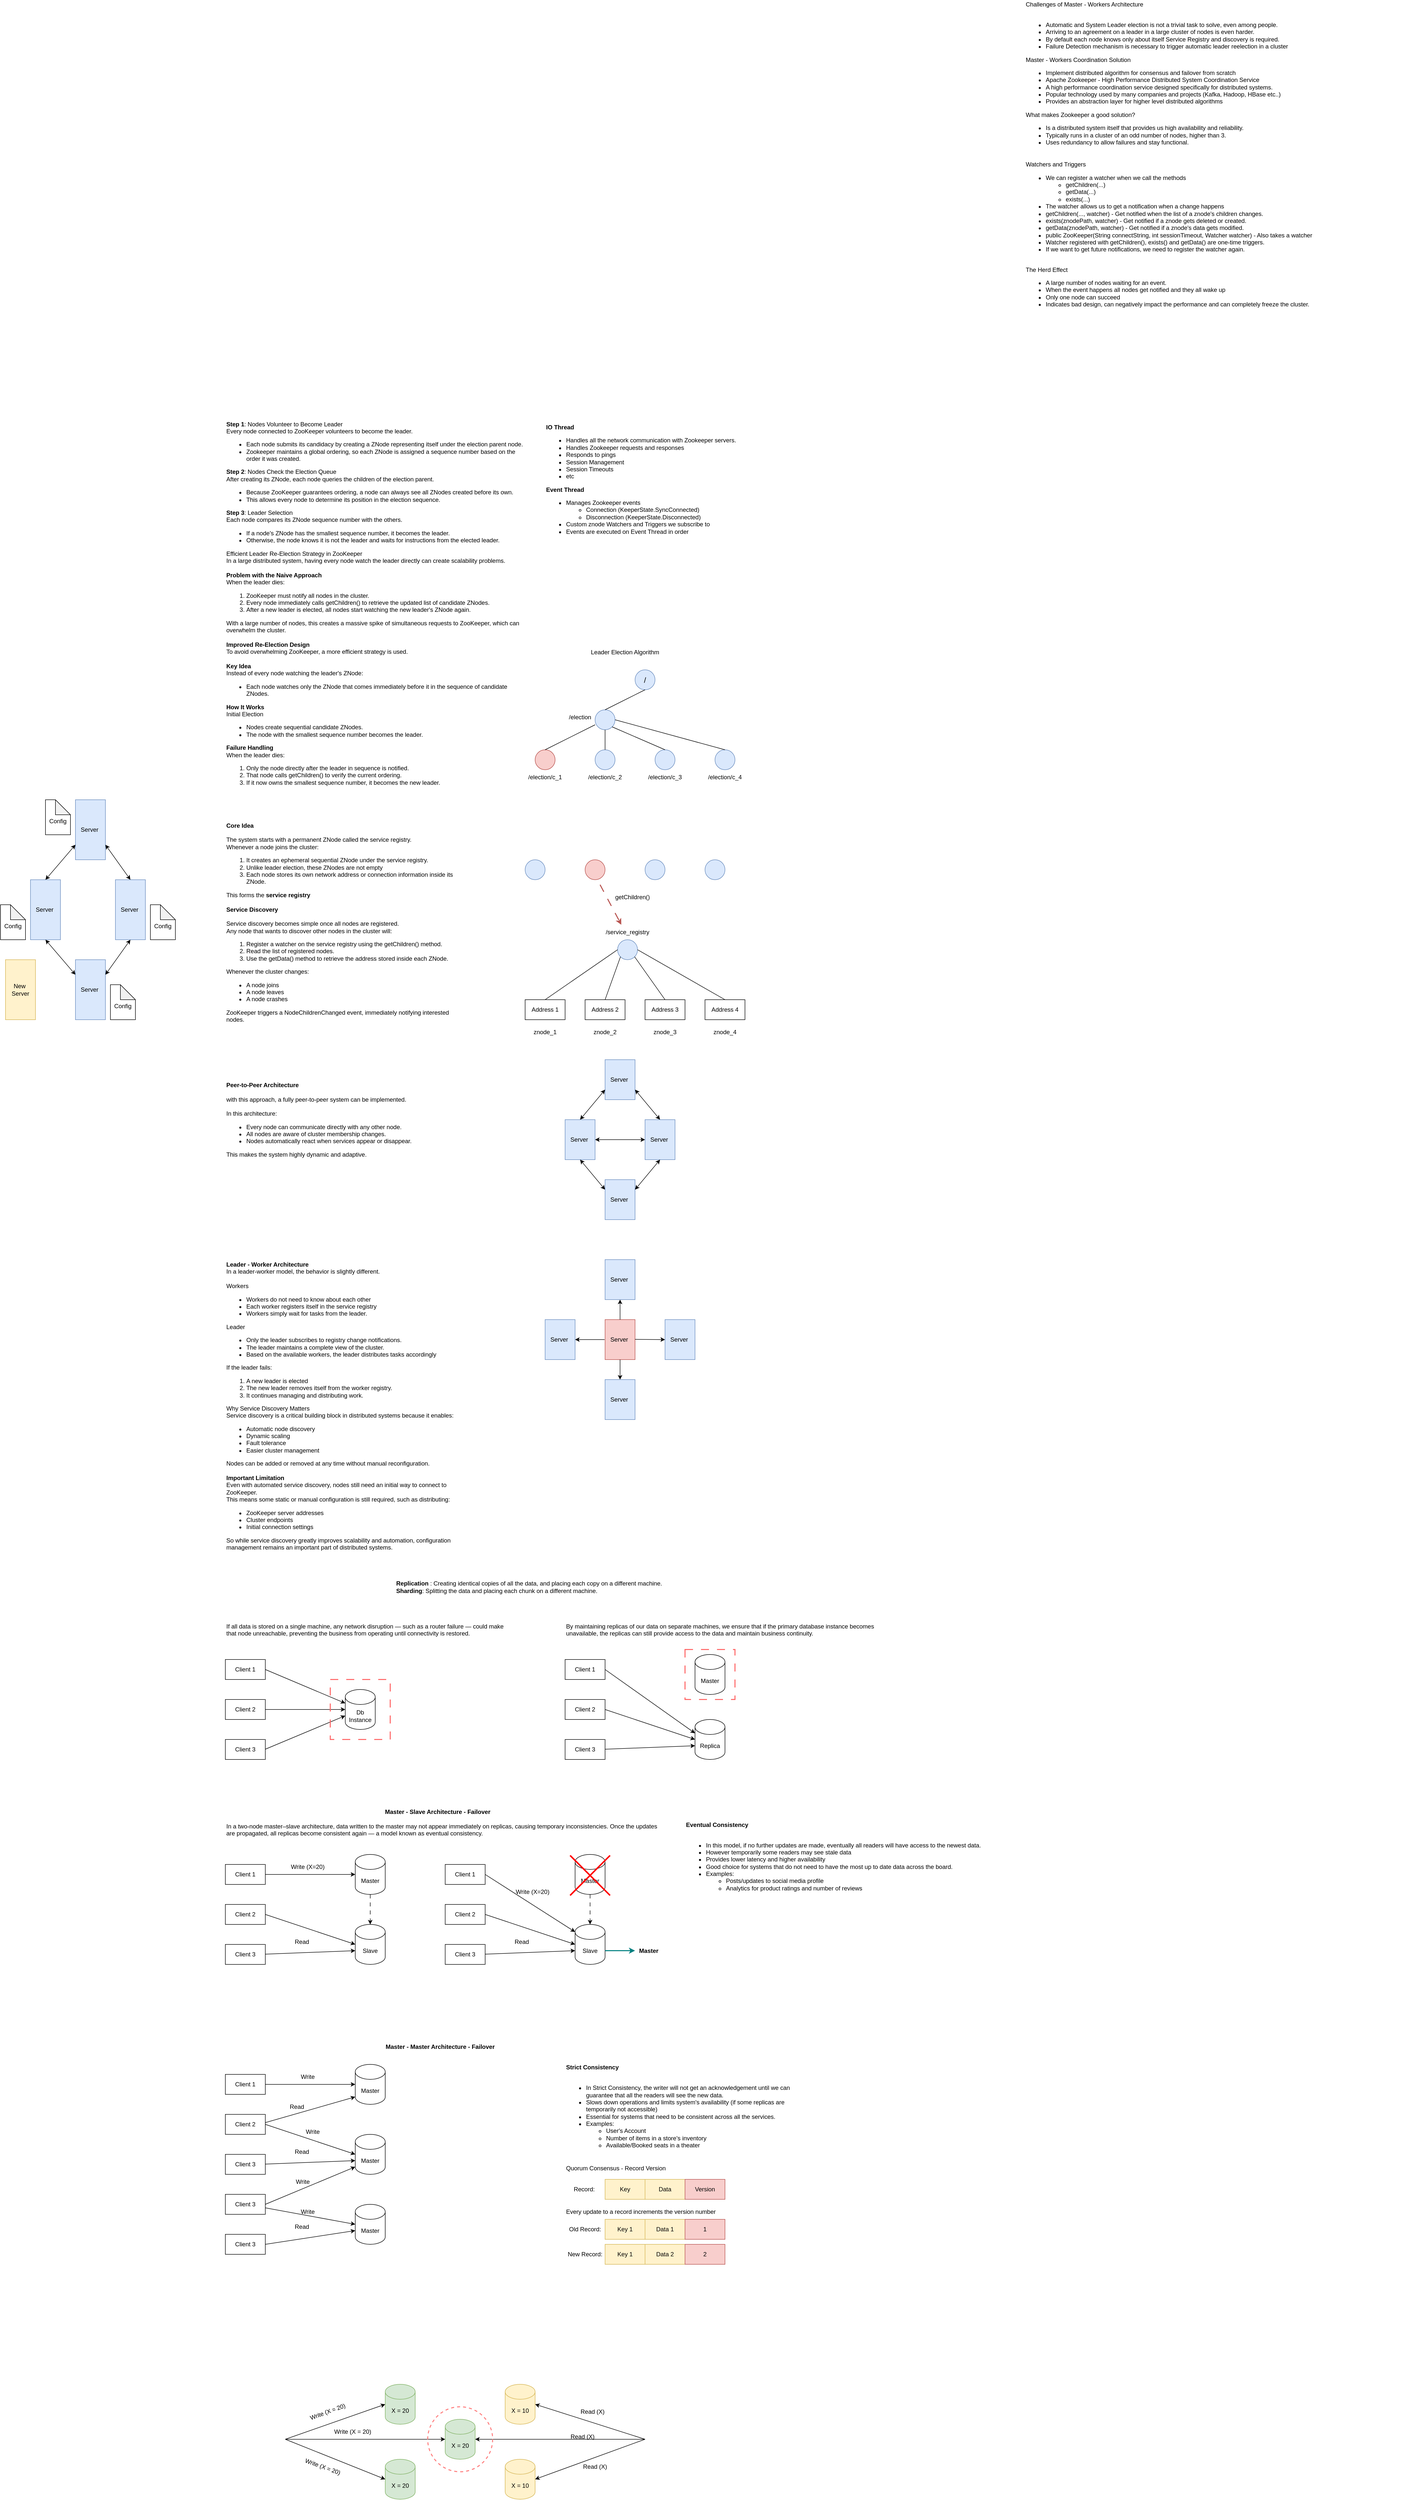
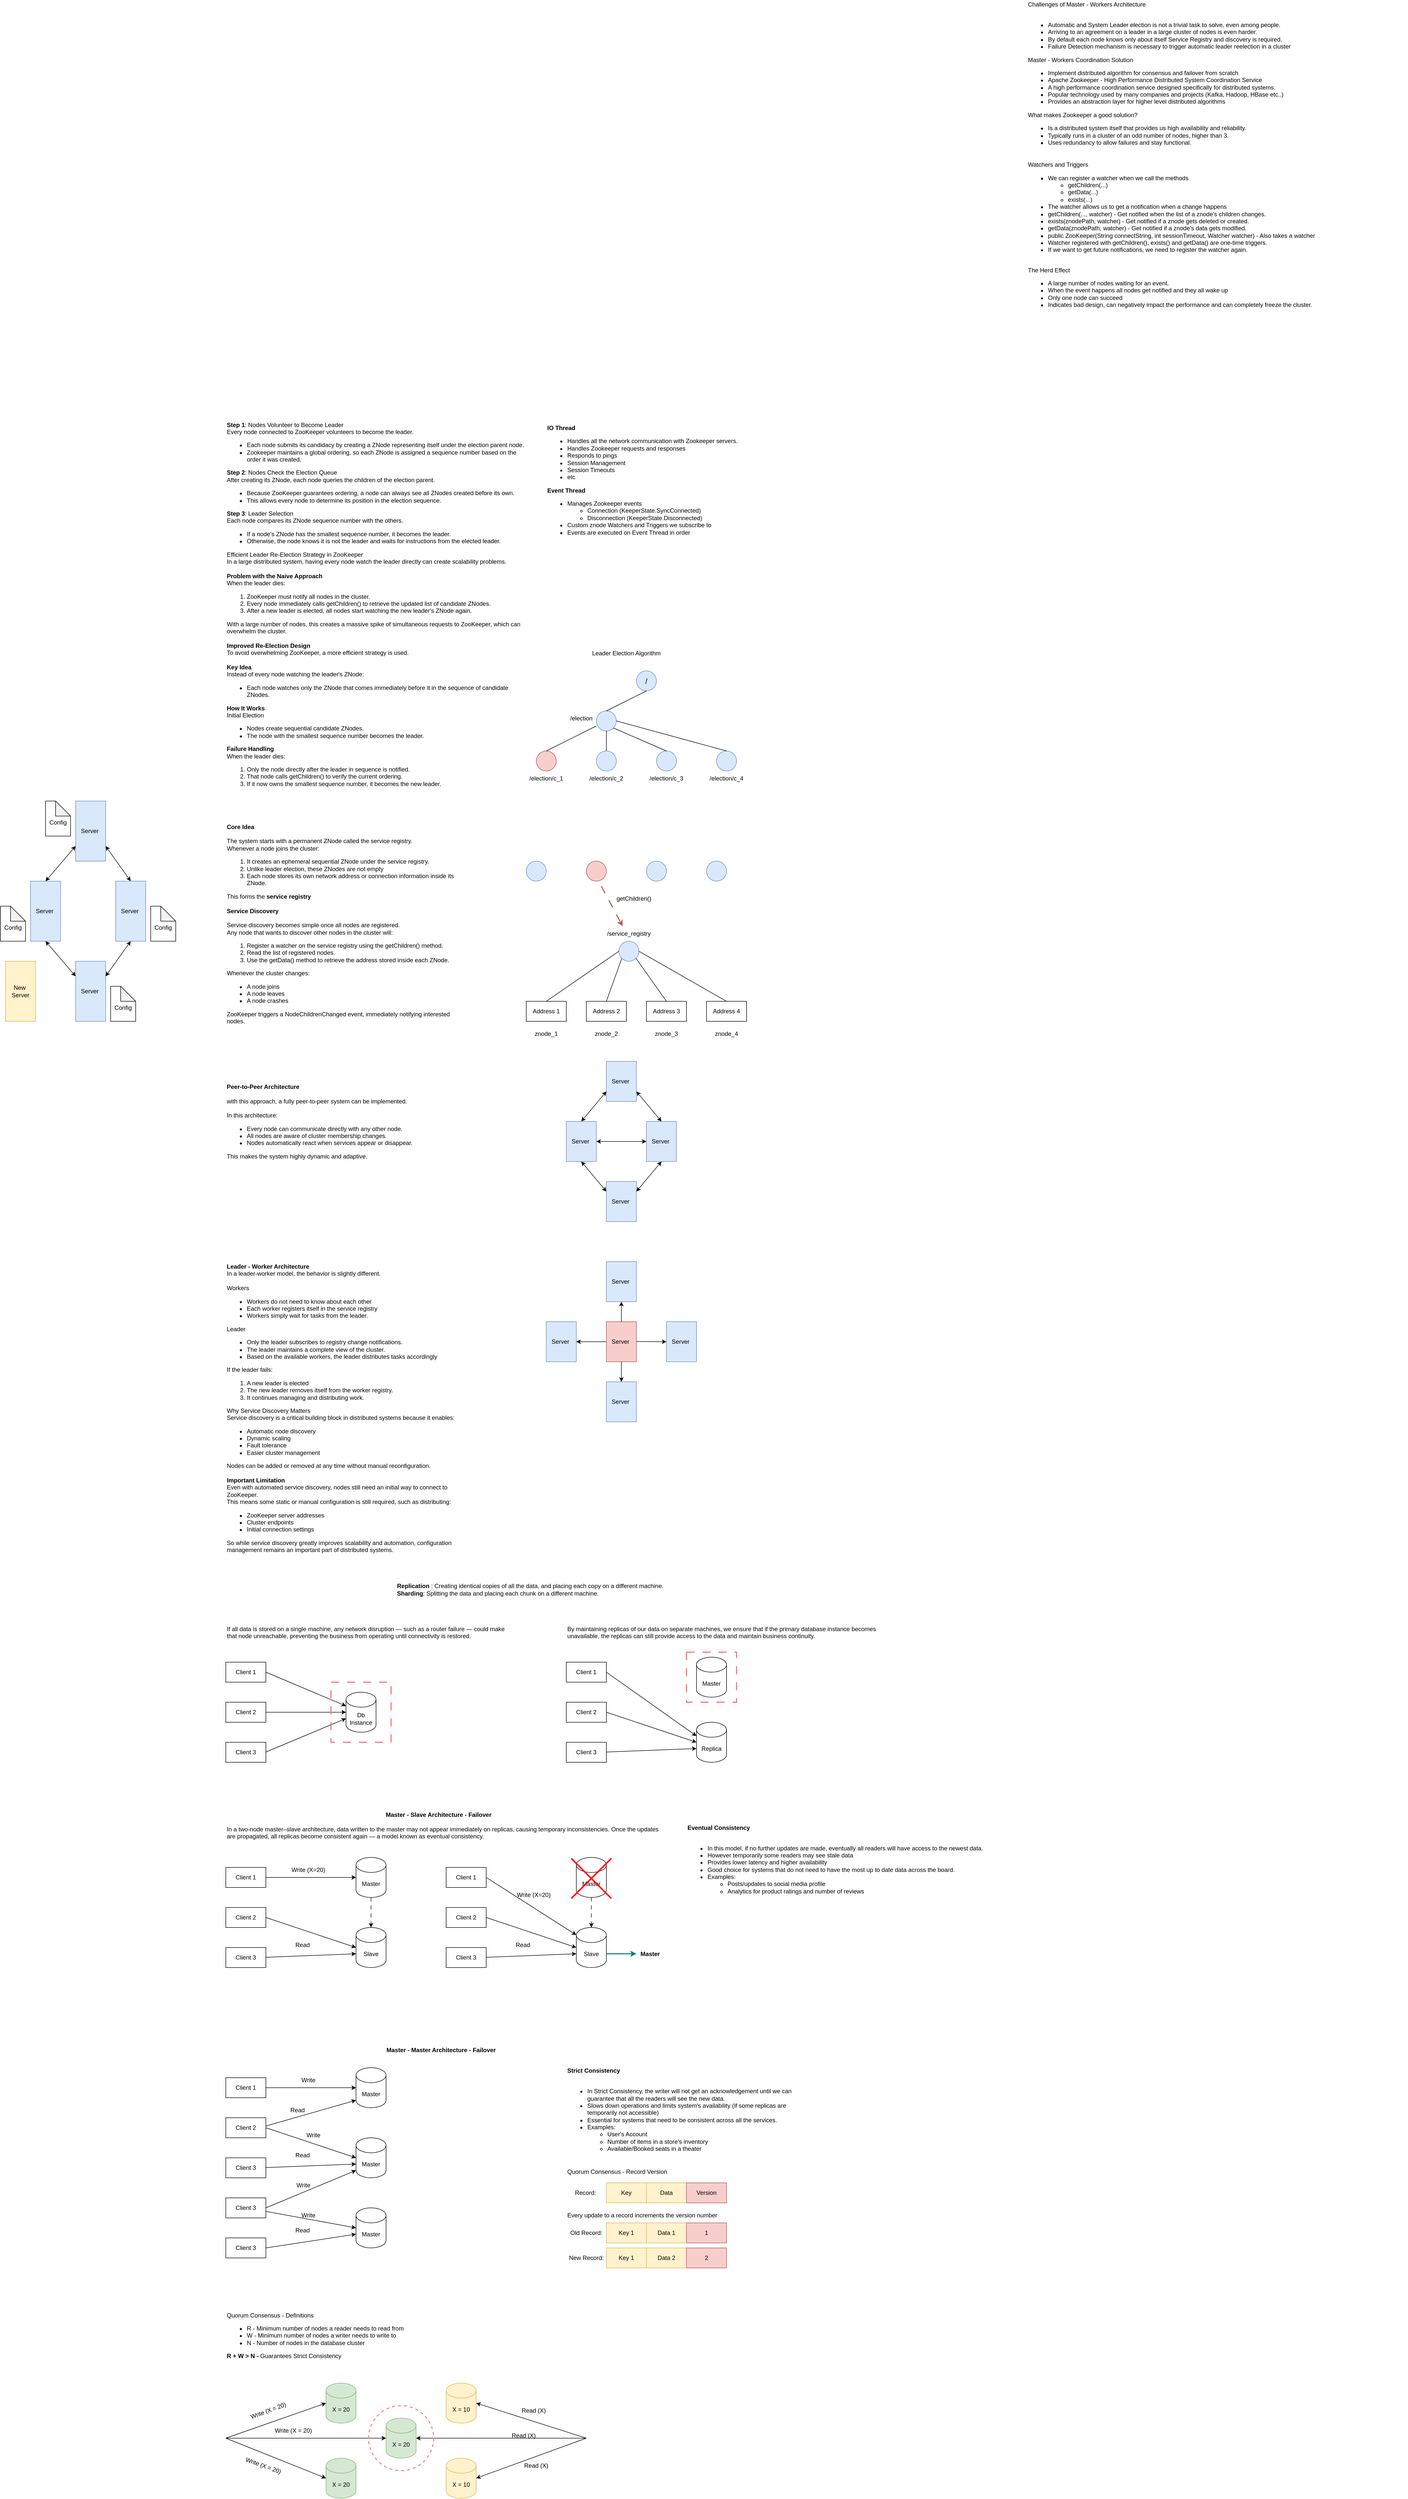
<mxfile host="app.diagrams.net">
  <diagram name="Page-1" id="tO2NQB0IofIboXUTSpVf">
-     <mxGraphModel dx="4303" dy="1767" grid="1" gridSize="10" guides="1" tooltips="1" connect="1" arrows="1" fold="1" page="1" pageScale="1" pageWidth="850" pageHeight="1100" math="0" shadow="0">
+     <mxGraphModel dx="4391" dy="1800" grid="1" gridSize="10" guides="1" tooltips="1" connect="1" arrows="1" fold="1" page="1" pageScale="1" pageWidth="850" pageHeight="1100" math="0" shadow="0">
      <root>
        <mxCell id="0" />
        <mxCell id="1" parent="0" />
        <mxCell id="MGsdMgP7l0InPqgAwvWF-1" parent="1" style="text;html=1;whiteSpace=wrap;strokeColor=none;fillColor=none;align=left;verticalAlign=middle;rounded=0;" value="&lt;div&gt;Challenges of Master - Workers Architecture&lt;/div&gt;&lt;div&gt;&lt;br&gt;&lt;/div&gt;&lt;div&gt;&lt;ul&gt;&lt;li&gt;Automatic and System Leader election is not a trivial task to solve, even among people.&lt;/li&gt;&lt;li&gt;Arriving to an agreement on a leader in a large cluster of nodes is even harder.&lt;/li&gt;&lt;li&gt;By default each node knows only about itself Service Registry and discovery is required.&lt;/li&gt;&lt;li&gt;Failure Detection mechanism is necessary to trigger automatic leader reelection in a cluster&lt;/li&gt;&lt;/ul&gt;&lt;div&gt;Master - Workers Coordination Solution&lt;/div&gt;&lt;div&gt;&lt;ul&gt;&lt;li&gt;Implement distributed algorithm for consensus and failover from scratch&lt;/li&gt;&lt;li&gt;Apache Zookeeper - High Performance Distributed System Coordination Service&amp;nbsp;&lt;/li&gt;&lt;li&gt;A high performance coordination service designed specifically for distributed systems.&lt;/li&gt;&lt;li&gt;Popular technology used by many companies and projects (Kafka, Hadoop, HBase etc..)&lt;/li&gt;&lt;li&gt;Provides an abstraction layer for higher level distributed algorithms&lt;/li&gt;&lt;/ul&gt;&lt;div&gt;What makes Zookeeper a good solution?&lt;/div&gt;&lt;div&gt;&lt;ul&gt;&lt;li&gt;Is a distributed system itself that provides us high availability and reliability.&lt;/li&gt;&lt;li&gt;Typically runs in a cluster of an odd number of nodes, higher than 3.&lt;/li&gt;&lt;li&gt;Uses redundancy to allow failures and stay functional.&lt;/li&gt;&lt;/ul&gt;&lt;/div&gt;&lt;/div&gt;&lt;/div&gt;&lt;div&gt;&lt;br&gt;&lt;/div&gt;" vertex="1">
          <mxGeometry height="320" width="760" x="40" y="-1000" as="geometry" />
        </mxCell>
        <mxCell id="MGsdMgP7l0InPqgAwvWF-2" parent="1" style="ellipse;whiteSpace=wrap;html=1;fillColor=#dae8fc;strokeColor=#6c8ebf;fontSize=15;" value="/" vertex="1">
          <mxGeometry height="40" width="40" x="-740" y="340" as="geometry" />
        </mxCell>
        <mxCell id="MGsdMgP7l0InPqgAwvWF-3" parent="1" style="text;html=1;whiteSpace=wrap;strokeColor=none;fillColor=none;align=center;verticalAlign=middle;rounded=0;" value="Leader Election Algorithm" vertex="1">
          <mxGeometry height="30" width="240" x="-880" y="290" as="geometry" />
        </mxCell>
        <mxCell id="MGsdMgP7l0InPqgAwvWF-5" parent="1" style="ellipse;whiteSpace=wrap;html=1;fillColor=#dae8fc;strokeColor=#6c8ebf;" value="" vertex="1">
          <mxGeometry height="40" width="40" x="-820" y="420" as="geometry" />
        </mxCell>
        <mxCell id="MGsdMgP7l0InPqgAwvWF-8" parent="1" style="text;html=1;whiteSpace=wrap;strokeColor=none;fillColor=none;align=center;verticalAlign=middle;rounded=0;" value="/election" vertex="1">
          <mxGeometry height="30" width="60" x="-880" y="420" as="geometry" />
        </mxCell>
        <mxCell id="MGsdMgP7l0InPqgAwvWF-9" parent="1" style="ellipse;whiteSpace=wrap;html=1;fillColor=#f8cecc;strokeColor=#b85450;" value="" vertex="1">
          <mxGeometry height="40" width="40" x="-940" y="500" as="geometry" />
        </mxCell>
        <mxCell id="MGsdMgP7l0InPqgAwvWF-10" parent="1" style="ellipse;whiteSpace=wrap;html=1;fillColor=#dae8fc;strokeColor=#6c8ebf;" value="" vertex="1">
          <mxGeometry height="40" width="40" x="-820" y="500" as="geometry" />
        </mxCell>
        <mxCell id="MGsdMgP7l0InPqgAwvWF-11" parent="1" style="ellipse;whiteSpace=wrap;html=1;fillColor=#dae8fc;strokeColor=#6c8ebf;" value="" vertex="1">
          <mxGeometry height="40" width="40" x="-700" y="500" as="geometry" />
        </mxCell>
        <mxCell id="MGsdMgP7l0InPqgAwvWF-12" parent="1" style="ellipse;whiteSpace=wrap;html=1;fillColor=#dae8fc;strokeColor=#6c8ebf;" value="" vertex="1">
          <mxGeometry height="40" width="40" x="-580" y="500" as="geometry" />
        </mxCell>
        <mxCell id="MGsdMgP7l0InPqgAwvWF-13" edge="1" parent="1" source="MGsdMgP7l0InPqgAwvWF-9" style="endArrow=none;html=1;rounded=0;exitX=0.5;exitY=0;exitDx=0;exitDy=0;" value="">
          <mxGeometry height="50" relative="1" width="50" as="geometry">
            <mxPoint x="-870" y="500" as="sourcePoint" />
            <mxPoint x="-820" y="450" as="targetPoint" />
          </mxGeometry>
        </mxCell>
        <mxCell id="MGsdMgP7l0InPqgAwvWF-14" edge="1" parent="1" source="MGsdMgP7l0InPqgAwvWF-10" style="endArrow=none;html=1;rounded=0;exitX=0.5;exitY=0;exitDx=0;exitDy=0;entryX=0.5;entryY=1;entryDx=0;entryDy=0;" target="MGsdMgP7l0InPqgAwvWF-5" value="">
          <mxGeometry height="50" relative="1" width="50" as="geometry">
            <mxPoint x="-850" y="510" as="sourcePoint" />
            <mxPoint x="-800" y="460" as="targetPoint" />
          </mxGeometry>
        </mxCell>
        <mxCell id="MGsdMgP7l0InPqgAwvWF-15" edge="1" parent="1" source="MGsdMgP7l0InPqgAwvWF-11" style="endArrow=none;html=1;rounded=0;entryX=1;entryY=1;entryDx=0;entryDy=0;exitX=0.5;exitY=0;exitDx=0;exitDy=0;" target="MGsdMgP7l0InPqgAwvWF-5" value="">
          <mxGeometry height="50" relative="1" width="50" as="geometry">
            <mxPoint x="-760" y="500" as="sourcePoint" />
            <mxPoint x="-710" y="450" as="targetPoint" />
          </mxGeometry>
        </mxCell>
        <mxCell id="MGsdMgP7l0InPqgAwvWF-16" edge="1" parent="1" source="MGsdMgP7l0InPqgAwvWF-12" style="endArrow=none;html=1;rounded=0;entryX=1;entryY=0.5;entryDx=0;entryDy=0;exitX=0.5;exitY=0;exitDx=0;exitDy=0;" target="MGsdMgP7l0InPqgAwvWF-5" value="">
          <mxGeometry height="50" relative="1" width="50" as="geometry">
            <mxPoint x="-670" y="500" as="sourcePoint" />
            <mxPoint x="-620" y="450" as="targetPoint" />
          </mxGeometry>
        </mxCell>
        <mxCell id="MGsdMgP7l0InPqgAwvWF-17" parent="1" style="text;html=1;whiteSpace=wrap;strokeColor=none;fillColor=none;align=center;verticalAlign=middle;rounded=0;" value="/service_registry" vertex="1">
          <mxGeometry height="30" width="90" x="-800" y="850" as="geometry" />
        </mxCell>
        <mxCell id="MGsdMgP7l0InPqgAwvWF-18" parent="1" style="text;html=1;whiteSpace=wrap;strokeColor=none;fillColor=none;align=center;verticalAlign=middle;rounded=0;" value="/election/c_2" vertex="1">
          <mxGeometry height="30" width="80" x="-840" y="540" as="geometry" />
        </mxCell>
        <mxCell id="MGsdMgP7l0InPqgAwvWF-19" parent="1" style="text;html=1;whiteSpace=wrap;strokeColor=none;fillColor=none;align=center;verticalAlign=middle;rounded=0;" value="/election/c_3" vertex="1">
          <mxGeometry height="30" width="80" x="-720" y="540" as="geometry" />
        </mxCell>
        <mxCell id="MGsdMgP7l0InPqgAwvWF-20" parent="1" style="text;html=1;whiteSpace=wrap;strokeColor=none;fillColor=none;align=center;verticalAlign=middle;rounded=0;" value="/election/c_4" vertex="1">
          <mxGeometry height="30" width="80" x="-600" y="540" as="geometry" />
        </mxCell>
        <mxCell id="MGsdMgP7l0InPqgAwvWF-21" parent="1" style="text;html=1;whiteSpace=wrap;strokeColor=none;fillColor=none;align=left;verticalAlign=middle;rounded=0;" value="&lt;div&gt;&lt;b&gt;Step 1&lt;/b&gt;: Nodes Volunteer to Become Leader&amp;nbsp;&lt;/div&gt;&lt;div&gt;Every node connected to ZooKeeper volunteers to become the leader.&lt;/div&gt;&lt;div&gt;&lt;ul&gt;&lt;li&gt;Each node submits its candidacy by creating a ZNode representing itself under the election parent node.&lt;/li&gt;&lt;li&gt;Zookeeper maintains a global ordering, so each ZNode is assigned a sequence number based on the order it was created.&lt;/li&gt;&lt;/ul&gt;&lt;div&gt;&lt;b&gt;Step 2&lt;/b&gt;: Nodes Check the Election Queue&lt;/div&gt;&lt;div&gt;After creating its ZNode, each node queries the children of the election parent.&lt;/div&gt;&lt;div&gt;&lt;ul&gt;&lt;li&gt;Because ZooKeeper guarantees ordering, a node can always see all ZNodes created before its own.&lt;/li&gt;&lt;li&gt;This allows every node to determine its position in the election sequence.&lt;/li&gt;&lt;/ul&gt;&lt;div&gt;&lt;b&gt;Step 3&lt;/b&gt;: Leader Selection&lt;/div&gt;&lt;div&gt;Each node compares its ZNode sequence number with the others.&lt;/div&gt;&lt;div&gt;&lt;ul&gt;&lt;li&gt;If a node&#39;s ZNode has the smallest sequence number, it becomes the leader.&lt;/li&gt;&lt;li&gt;Otherwise, the node knows it is not the leader and waits for instructions from the elected leader.&lt;/li&gt;&lt;/ul&gt;&lt;div&gt;Efficient Leader Re-Election Strategy in ZooKeeper&lt;/div&gt;&lt;div&gt;In a large distributed system, having every node watch the leader directly can create scalability problems.&lt;/div&gt;&lt;div&gt;&lt;br&gt;&lt;/div&gt;&lt;div&gt;&lt;b&gt;Problem with the Naive Approach&lt;/b&gt;&lt;/div&gt;&lt;div&gt;When the leader dies:&lt;/div&gt;&lt;div&gt;&lt;ol&gt;&lt;li&gt;ZooKeeper must notify all nodes in the cluster.&lt;/li&gt;&lt;li&gt;Every node immediately calls getChildren() to retrieve the updated list of candidate ZNodes.&lt;/li&gt;&lt;li&gt;After a new leader is elected, all nodes start watching the new leader&#39;s ZNode again.&lt;/li&gt;&lt;/ol&gt;&lt;div&gt;With a large number of nodes, this creates a massive spike of simultaneous requests to ZooKeeper, which can&amp;nbsp;&lt;/div&gt;&lt;div&gt;overwhelm the cluster.&lt;/div&gt;&lt;div&gt;&lt;br&gt;&lt;/div&gt;&lt;div&gt;&lt;b&gt;Improved Re-Election Design&amp;nbsp;&lt;/b&gt;&lt;/div&gt;&lt;div&gt;To avoid overwhelming ZooKeeper, a more efficient strategy is used.&lt;/div&gt;&lt;div&gt;&lt;br&gt;&lt;/div&gt;&lt;div&gt;&lt;b&gt;Key Idea&amp;nbsp;&lt;/b&gt;&lt;/div&gt;&lt;div&gt;Instead of every node watching the leader&#39;s ZNode:&lt;/div&gt;&lt;div&gt;&lt;ul&gt;&lt;li&gt;Each node watches only the ZNode that comes immediately before it in the sequence of candidate ZNodes.&lt;/li&gt;&lt;/ul&gt;&lt;div&gt;&lt;b&gt;How It Works&amp;nbsp;&lt;/b&gt;&lt;/div&gt;&lt;div&gt;Initial Election&amp;nbsp;&lt;/div&gt;&lt;div&gt;&lt;ul&gt;&lt;li&gt;Nodes create sequential candidate ZNodes.&lt;/li&gt;&lt;li&gt;The node with the smallest sequence number becomes the leader.&lt;/li&gt;&lt;/ul&gt;&lt;div&gt;&lt;b&gt;Failure Handling&lt;/b&gt;&lt;/div&gt;&lt;div&gt;When the leader dies:&lt;/div&gt;&lt;div&gt;&lt;ol&gt;&lt;li&gt;Only the node directly after the leader in sequence is notified.&lt;/li&gt;&lt;li&gt;That node calls getChildren() to verify the current ordering.&lt;/li&gt;&lt;li&gt;If it now owns the smallest sequence number, it becomes the new leader.&lt;/li&gt;&lt;/ol&gt;&lt;/div&gt;&lt;div&gt;&lt;br&gt;&lt;/div&gt;&lt;/div&gt;&lt;/div&gt;&lt;/div&gt;&lt;/div&gt;&lt;/div&gt;&lt;/div&gt;" vertex="1">
          <mxGeometry height="760" width="600" x="-1560" y="-160" as="geometry" />
        </mxCell>
        <mxCell id="MGsdMgP7l0InPqgAwvWF-22" edge="1" parent="1" source="MGsdMgP7l0InPqgAwvWF-5" style="endArrow=none;html=1;rounded=0;exitX=0.5;exitY=0;exitDx=0;exitDy=0;" value="">
          <mxGeometry height="50" relative="1" width="50" as="geometry">
            <mxPoint x="-770" y="430" as="sourcePoint" />
            <mxPoint x="-720" y="380" as="targetPoint" />
          </mxGeometry>
        </mxCell>
        <mxCell id="MGsdMgP7l0InPqgAwvWF-23" parent="1" style="text;html=1;whiteSpace=wrap;strokeColor=none;fillColor=none;align=left;verticalAlign=middle;rounded=0;" value="&lt;div&gt;&lt;b&gt;IO Thread&amp;nbsp;&lt;/b&gt;&lt;/div&gt;&lt;div&gt;&lt;ul&gt;&lt;li&gt;Handles all the network communication with Zookeeper servers.&lt;/li&gt;&lt;li&gt;Handles Zookeeper requests and responses&amp;nbsp;&lt;/li&gt;&lt;li&gt;Responds to pings&amp;nbsp;&lt;/li&gt;&lt;li&gt;Session Management&amp;nbsp;&lt;/li&gt;&lt;li&gt;Session Timeouts&amp;nbsp;&lt;/li&gt;&lt;li&gt;etc&amp;nbsp;&lt;/li&gt;&lt;/ul&gt;&lt;div&gt;&lt;b&gt;Event Thread&amp;nbsp;&lt;/b&gt;&lt;/div&gt;&lt;div&gt;&lt;ul&gt;&lt;li&gt;Manages Zookeeper events&amp;nbsp;&lt;/li&gt;&lt;ul&gt;&lt;li&gt;Connection (KeeperState.SyncConnected)&lt;/li&gt;&lt;li&gt;Disconnection (KeeperState.Disconnected)&lt;/li&gt;&lt;/ul&gt;&lt;li&gt;Custom znode Watchers and Triggers we subscribe to&amp;nbsp;&lt;/li&gt;&lt;li&gt;Events are executed on Event Thread in order&amp;nbsp;&lt;/li&gt;&lt;/ul&gt;&lt;/div&gt;&lt;/div&gt;" vertex="1">
          <mxGeometry height="250" width="440" x="-920" y="-160" as="geometry" />
        </mxCell>
        <mxCell id="MGsdMgP7l0InPqgAwvWF-24" parent="1" style="text;html=1;whiteSpace=wrap;strokeColor=none;fillColor=none;align=left;verticalAlign=middle;rounded=0;" value="&lt;div&gt;Watchers and Triggers&lt;/div&gt;&lt;div&gt;&lt;ul&gt;&lt;li&gt;We can register a watcher when we call the methods&lt;/li&gt;&lt;ul&gt;&lt;li&gt;getChildren(...)&lt;/li&gt;&lt;li&gt;getData(...)&lt;/li&gt;&lt;li&gt;exists(...)&lt;/li&gt;&lt;/ul&gt;&lt;li&gt;The watcher allows us to get a notification when a change happens&lt;/li&gt;&lt;li&gt;getChildren(..., watcher) - Get notified when the list of a znode&#39;s children changes.&lt;/li&gt;&lt;li&gt;exists(znodePath, watcher) - Get notified if a znode gets deleted or created.&lt;/li&gt;&lt;li&gt;getData(znodePath, watcher) - Get notified if a znode&#39;s data gets modified.&lt;/li&gt;&lt;li&gt;public ZooKeeper(String connectString, int sessionTimeout, Watcher watcher) - Also takes a watcher&amp;nbsp;&lt;/li&gt;&lt;li&gt;Watcher registered with getChildren(), exists() and getData() are one-time triggers.&lt;/li&gt;&lt;li&gt;If we want to get future notifications, we need to register the watcher again.&lt;/li&gt;&lt;/ul&gt;&lt;/div&gt;" vertex="1">
          <mxGeometry height="200" width="760" x="40" y="-680" as="geometry" />
        </mxCell>
        <mxCell id="MGsdMgP7l0InPqgAwvWF-25" parent="1" style="text;html=1;whiteSpace=wrap;strokeColor=none;fillColor=none;align=left;verticalAlign=middle;rounded=0;" value="&lt;div&gt;The Herd Effect&lt;/div&gt;&lt;div&gt;&lt;ul&gt;&lt;li&gt;A large number of nodes waiting for an event.&lt;/li&gt;&lt;li&gt;When the event happens all nodes get notified and they all wake up&lt;/li&gt;&lt;li&gt;Only one node can succeed&amp;nbsp;&lt;/li&gt;&lt;li&gt;Indicates bad design, can negatively impact the performance and can completely freeze the cluster.&lt;/li&gt;&lt;/ul&gt;&lt;/div&gt;" vertex="1">
          <mxGeometry height="120" width="760" x="40" y="-480" as="geometry" />
        </mxCell>
        <mxCell id="MGsdMgP7l0InPqgAwvWF-26" parent="1" style="rounded=0;whiteSpace=wrap;html=1;fillColor=#dae8fc;strokeColor=#6c8ebf;" value="Server&amp;nbsp;" vertex="1">
          <mxGeometry height="120" width="60" x="-1950" y="760" as="geometry" />
        </mxCell>
        <mxCell id="MGsdMgP7l0InPqgAwvWF-35" parent="1" style="rounded=0;whiteSpace=wrap;html=1;fillColor=#dae8fc;strokeColor=#6c8ebf;" value="Server&amp;nbsp;" vertex="1">
          <mxGeometry height="120" width="60" x="-1860" y="600" as="geometry" />
        </mxCell>
        <mxCell id="MGsdMgP7l0InPqgAwvWF-38" parent="1" style="rounded=0;whiteSpace=wrap;html=1;fillColor=#dae8fc;strokeColor=#6c8ebf;" value="Server&amp;nbsp;" vertex="1">
          <mxGeometry height="120" width="60" x="-1780" y="760" as="geometry" />
        </mxCell>
        <mxCell id="MGsdMgP7l0InPqgAwvWF-42" parent="1" style="shape=note;whiteSpace=wrap;html=1;backgroundOutline=1;darkOpacity=0.05;" value="&lt;div&gt;&lt;br&gt;&lt;/div&gt;&lt;div&gt;Config&lt;/div&gt;" vertex="1">
          <mxGeometry height="70" width="50" x="-2010" y="810" as="geometry" />
        </mxCell>
        <mxCell id="MGsdMgP7l0InPqgAwvWF-43" parent="1" style="shape=note;whiteSpace=wrap;html=1;backgroundOutline=1;darkOpacity=0.05;" value="&lt;div&gt;&lt;br&gt;&lt;/div&gt;&lt;div&gt;Config&lt;/div&gt;" vertex="1">
          <mxGeometry height="70" width="50" x="-1920" y="600" as="geometry" />
        </mxCell>
        <mxCell id="MGsdMgP7l0InPqgAwvWF-44" parent="1" style="shape=note;whiteSpace=wrap;html=1;backgroundOutline=1;darkOpacity=0.05;" value="&lt;div&gt;&lt;br&gt;&lt;/div&gt;&lt;div&gt;Config&lt;/div&gt;" vertex="1">
          <mxGeometry height="70" width="50" x="-1710" y="810" as="geometry" />
        </mxCell>
        <mxCell id="MGsdMgP7l0InPqgAwvWF-45" edge="1" parent="1" source="MGsdMgP7l0InPqgAwvWF-26" style="endArrow=classic;startArrow=classic;html=1;rounded=0;entryX=0;entryY=0.75;entryDx=0;entryDy=0;exitX=0.5;exitY=0;exitDx=0;exitDy=0;" target="MGsdMgP7l0InPqgAwvWF-35" value="">
          <mxGeometry height="50" relative="1" width="50" as="geometry">
            <mxPoint x="-1980" y="760" as="sourcePoint" />
            <mxPoint x="-1930" y="710" as="targetPoint" />
          </mxGeometry>
        </mxCell>
        <mxCell id="MGsdMgP7l0InPqgAwvWF-47" edge="1" parent="1" source="MGsdMgP7l0InPqgAwvWF-26" style="endArrow=classic;startArrow=classic;html=1;rounded=0;entryX=0;entryY=0.25;entryDx=0;entryDy=0;exitX=0.5;exitY=1;exitDx=0;exitDy=0;" target="MGsdMgP7l0InPqgAwvWF-48" value="">
          <mxGeometry height="50" relative="1" width="50" as="geometry">
            <mxPoint x="-1950" y="950" as="sourcePoint" />
            <mxPoint x="-1840" y="880" as="targetPoint" />
          </mxGeometry>
        </mxCell>
        <mxCell id="MGsdMgP7l0InPqgAwvWF-48" parent="1" style="rounded=0;whiteSpace=wrap;html=1;fillColor=#dae8fc;strokeColor=#6c8ebf;" value="Server&amp;nbsp;" vertex="1">
          <mxGeometry height="120" width="60" x="-1860" y="920" as="geometry" />
        </mxCell>
        <mxCell id="MGsdMgP7l0InPqgAwvWF-49" parent="1" style="shape=note;whiteSpace=wrap;html=1;backgroundOutline=1;darkOpacity=0.05;" value="&lt;div&gt;&lt;br&gt;&lt;/div&gt;&lt;div&gt;Config&lt;/div&gt;" vertex="1">
          <mxGeometry height="70" width="50" x="-1790" y="970" as="geometry" />
        </mxCell>
        <mxCell id="MGsdMgP7l0InPqgAwvWF-50" edge="1" parent="1" style="endArrow=classic;startArrow=classic;html=1;rounded=0;entryX=0.5;entryY=0;entryDx=0;entryDy=0;exitX=0.5;exitY=0;exitDx=0;exitDy=0;" target="MGsdMgP7l0InPqgAwvWF-38" value="">
          <mxGeometry height="50" relative="1" width="50" as="geometry">
            <mxPoint x="-1800" y="690" as="sourcePoint" />
            <mxPoint x="-1690" y="620" as="targetPoint" />
          </mxGeometry>
        </mxCell>
        <mxCell id="MGsdMgP7l0InPqgAwvWF-51" edge="1" parent="1" source="MGsdMgP7l0InPqgAwvWF-38" style="endArrow=classic;startArrow=classic;html=1;rounded=0;entryX=1;entryY=0.25;entryDx=0;entryDy=0;exitX=0.5;exitY=1;exitDx=0;exitDy=0;" target="MGsdMgP7l0InPqgAwvWF-48" value="">
          <mxGeometry height="50" relative="1" width="50" as="geometry">
            <mxPoint x="-1620" y="940" as="sourcePoint" />
            <mxPoint x="-1510" y="1040" as="targetPoint" />
          </mxGeometry>
        </mxCell>
        <mxCell id="MGsdMgP7l0InPqgAwvWF-52" parent="1" style="rounded=0;whiteSpace=wrap;html=1;fillColor=#fff2cc;strokeColor=#d6b656;" value="&lt;div&gt;New&amp;nbsp;&lt;/div&gt;&lt;div&gt;Server&lt;/div&gt;" vertex="1">
          <mxGeometry height="120" width="60" x="-2000" y="920" as="geometry" />
        </mxCell>
        <mxCell id="MGsdMgP7l0InPqgAwvWF-54" parent="1" style="ellipse;whiteSpace=wrap;html=1;fillColor=#dae8fc;strokeColor=#6c8ebf;fontSize=15;" value="" vertex="1">
          <mxGeometry height="40" width="40" x="-775" y="880" as="geometry" />
        </mxCell>
        <mxCell id="MGsdMgP7l0InPqgAwvWF-55" parent="1" style="text;html=1;whiteSpace=wrap;strokeColor=none;fillColor=none;align=center;verticalAlign=middle;rounded=0;" value="/election/c_1" vertex="1">
          <mxGeometry height="30" width="80" x="-960" y="540" as="geometry" />
        </mxCell>
        <mxCell id="MGsdMgP7l0InPqgAwvWF-56" parent="1" style="rounded=0;whiteSpace=wrap;html=1;" value="Address 1" vertex="1">
          <mxGeometry height="40" width="80" x="-960" y="1000" as="geometry" />
        </mxCell>
        <mxCell id="MGsdMgP7l0InPqgAwvWF-57" parent="1" style="rounded=0;whiteSpace=wrap;html=1;" value="Address 2" vertex="1">
          <mxGeometry height="40" width="80" x="-840" y="1000" as="geometry" />
        </mxCell>
        <mxCell id="MGsdMgP7l0InPqgAwvWF-58" parent="1" style="rounded=0;whiteSpace=wrap;html=1;" value="Address 3" vertex="1">
          <mxGeometry height="40" width="80" x="-720" y="1000" as="geometry" />
        </mxCell>
        <mxCell id="MGsdMgP7l0InPqgAwvWF-59" parent="1" style="rounded=0;whiteSpace=wrap;html=1;" value="Address 4" vertex="1">
          <mxGeometry height="40" width="80" x="-600" y="1000" as="geometry" />
        </mxCell>
        <mxCell id="MGsdMgP7l0InPqgAwvWF-60" parent="1" style="text;html=1;whiteSpace=wrap;strokeColor=none;fillColor=none;align=center;verticalAlign=middle;rounded=0;" value="znode_1" vertex="1">
          <mxGeometry height="30" width="80" x="-960" y="1050" as="geometry" />
        </mxCell>
        <mxCell id="MGsdMgP7l0InPqgAwvWF-61" parent="1" style="text;html=1;whiteSpace=wrap;strokeColor=none;fillColor=none;align=center;verticalAlign=middle;rounded=0;" value="znode_2" vertex="1">
          <mxGeometry height="30" width="80" x="-840" y="1050" as="geometry" />
        </mxCell>
        <mxCell id="MGsdMgP7l0InPqgAwvWF-62" parent="1" style="text;html=1;whiteSpace=wrap;strokeColor=none;fillColor=none;align=center;verticalAlign=middle;rounded=0;" value="znode_3" vertex="1">
          <mxGeometry height="30" width="80" x="-720" y="1050" as="geometry" />
        </mxCell>
        <mxCell id="MGsdMgP7l0InPqgAwvWF-63" parent="1" style="text;html=1;whiteSpace=wrap;strokeColor=none;fillColor=none;align=center;verticalAlign=middle;rounded=0;" value="znode_4" vertex="1">
          <mxGeometry height="30" width="80" x="-600" y="1050" as="geometry" />
        </mxCell>
        <mxCell id="MGsdMgP7l0InPqgAwvWF-64" edge="1" parent="1" style="endArrow=none;html=1;rounded=0;entryX=0;entryY=0.5;entryDx=0;entryDy=0;" target="MGsdMgP7l0InPqgAwvWF-54" value="">
          <mxGeometry height="50" relative="1" width="50" as="geometry">
            <mxPoint x="-920" y="1000" as="sourcePoint" />
            <mxPoint x="-870" y="950" as="targetPoint" />
          </mxGeometry>
        </mxCell>
        <mxCell id="MGsdMgP7l0InPqgAwvWF-65" edge="1" parent="1" style="endArrow=none;html=1;rounded=0;entryX=0;entryY=1;entryDx=0;entryDy=0;" target="MGsdMgP7l0InPqgAwvWF-54" value="">
          <mxGeometry height="50" relative="1" width="50" as="geometry">
            <mxPoint x="-800" y="1000" as="sourcePoint" />
            <mxPoint x="-750" y="950" as="targetPoint" />
          </mxGeometry>
        </mxCell>
        <mxCell id="MGsdMgP7l0InPqgAwvWF-66" edge="1" parent="1" style="endArrow=none;html=1;rounded=0;entryX=1;entryY=1;entryDx=0;entryDy=0;" target="MGsdMgP7l0InPqgAwvWF-54" value="">
          <mxGeometry height="50" relative="1" width="50" as="geometry">
            <mxPoint x="-680" y="1000" as="sourcePoint" />
            <mxPoint x="-630" y="950" as="targetPoint" />
          </mxGeometry>
        </mxCell>
        <mxCell id="MGsdMgP7l0InPqgAwvWF-69" edge="1" parent="1" style="endArrow=none;html=1;rounded=0;entryX=1;entryY=0.5;entryDx=0;entryDy=0;" target="MGsdMgP7l0InPqgAwvWF-54" value="">
          <mxGeometry height="50" relative="1" width="50" as="geometry">
            <mxPoint x="-560" y="1000" as="sourcePoint" />
            <mxPoint x="-510" y="950" as="targetPoint" />
          </mxGeometry>
        </mxCell>
        <mxCell id="MGsdMgP7l0InPqgAwvWF-70" parent="1" style="ellipse;whiteSpace=wrap;html=1;fillColor=#f8cecc;strokeColor=#b85450;" value="" vertex="1">
          <mxGeometry height="40" width="40" x="-840" y="720" as="geometry" />
        </mxCell>
        <mxCell id="MGsdMgP7l0InPqgAwvWF-71" parent="1" style="ellipse;whiteSpace=wrap;html=1;fillColor=#dae8fc;strokeColor=#6c8ebf;fontSize=15;" value="" vertex="1">
          <mxGeometry height="40" width="40" x="-960" y="720" as="geometry" />
        </mxCell>
        <mxCell id="MGsdMgP7l0InPqgAwvWF-72" parent="1" style="ellipse;whiteSpace=wrap;html=1;fillColor=#dae8fc;strokeColor=#6c8ebf;fontSize=15;" value="" vertex="1">
          <mxGeometry height="40" width="40" x="-720" y="720" as="geometry" />
        </mxCell>
        <mxCell id="MGsdMgP7l0InPqgAwvWF-73" parent="1" style="ellipse;whiteSpace=wrap;html=1;fillColor=#dae8fc;strokeColor=#6c8ebf;fontSize=15;" value="" vertex="1">
          <mxGeometry height="40" width="40" x="-600" y="720" as="geometry" />
        </mxCell>
        <mxCell id="MGsdMgP7l0InPqgAwvWF-74" edge="1" parent="1" style="endArrow=classic;html=1;rounded=0;entryX=0.25;entryY=0;entryDx=0;entryDy=0;dashed=1;dashPattern=8 8;fillColor=#f8cecc;strokeColor=#b85450;strokeWidth=2;" value="">
          <mxGeometry height="50" relative="1" width="50" as="geometry">
            <mxPoint x="-810" y="770" as="sourcePoint" />
            <mxPoint x="-767.5" y="850" as="targetPoint" />
          </mxGeometry>
        </mxCell>
        <mxCell id="MGsdMgP7l0InPqgAwvWF-75" parent="1" style="text;html=1;whiteSpace=wrap;strokeColor=none;fillColor=none;align=center;verticalAlign=middle;rounded=0;" value="getChildren()" vertex="1">
          <mxGeometry height="30" width="90" x="-790" y="780" as="geometry" />
        </mxCell>
        <mxCell id="MGsdMgP7l0InPqgAwvWF-76" parent="1" style="text;html=1;whiteSpace=wrap;strokeColor=none;fillColor=none;align=left;verticalAlign=middle;rounded=0;" value="&lt;div&gt;&lt;b&gt;Core Idea&amp;nbsp;&lt;/b&gt;&lt;/div&gt;&lt;div&gt;&lt;b&gt;&lt;br&gt;&lt;/b&gt;&lt;/div&gt;&lt;div&gt;The system starts with a permanent ZNode called the service registry.&lt;/div&gt;&lt;div&gt;Whenever a node joins the cluster:&lt;/div&gt;&lt;div&gt;&lt;ol&gt;&lt;li&gt;It creates an ephemeral sequential ZNode under the service registry.&lt;/li&gt;&lt;li&gt;Unlike leader election, these ZNodes are not empty&lt;/li&gt;&lt;li&gt;Each node stores its own network address or connection information inside its ZNode.&lt;/li&gt;&lt;/ol&gt;&lt;div&gt;This forms the &lt;b&gt;service registry&lt;/b&gt;&lt;/div&gt;&lt;div&gt;&lt;b&gt;&lt;br&gt;&lt;/b&gt;&lt;/div&gt;&lt;div&gt;&lt;b&gt;Service Discovery&lt;/b&gt;&lt;/div&gt;&lt;div&gt;&lt;br&gt;&lt;/div&gt;&lt;div&gt;Service discovery becomes simple once all nodes are registered.&lt;/div&gt;&lt;div&gt;Any node that wants to discover other nodes in the cluster will:&lt;/div&gt;&lt;div&gt;&lt;ol&gt;&lt;li&gt;Register a watcher on the service registry using the getChildren() method.&lt;/li&gt;&lt;li&gt;Read the list of registered nodes.&lt;/li&gt;&lt;li&gt;Use the getData() method to retrieve the address stored inside each ZNode.&lt;/li&gt;&lt;/ol&gt;&lt;div&gt;Whenever the cluster changes:&lt;/div&gt;&lt;div&gt;&lt;ul&gt;&lt;li&gt;A node joins&amp;nbsp;&lt;/li&gt;&lt;li&gt;A node leaves&amp;nbsp;&lt;/li&gt;&lt;li&gt;A node crashes&lt;/li&gt;&lt;/ul&gt;&lt;div&gt;ZooKeeper triggers a NodeChildrenChanged event, immediately notifying interested nodes.&lt;/div&gt;&lt;/div&gt;&lt;/div&gt;&lt;div&gt;&lt;br&gt;&lt;/div&gt;&lt;div&gt;&lt;br&gt;&lt;/div&gt;&lt;/div&gt;" vertex="1">
          <mxGeometry height="440" width="480" x="-1560" y="640" as="geometry" />
        </mxCell>
        <mxCell id="MGsdMgP7l0InPqgAwvWF-77" parent="1" style="text;html=1;whiteSpace=wrap;strokeColor=none;fillColor=none;align=left;verticalAlign=middle;rounded=0;" value="&lt;div&gt;&lt;b&gt;Peer-to-Peer Architecture&amp;nbsp;&lt;/b&gt;&lt;/div&gt;&lt;div&gt;&lt;br&gt;&lt;/div&gt;&lt;div&gt;with this approach, a fully peer-to-peer system can be implemented.&lt;/div&gt;&lt;div&gt;&lt;br&gt;&lt;/div&gt;&lt;div&gt;In this architecture:&lt;/div&gt;&lt;div&gt;&lt;ul&gt;&lt;li&gt;Every node can communicate directly with any other node.&lt;/li&gt;&lt;li&gt;All nodes are aware of cluster membership changes.&lt;/li&gt;&lt;li&gt;Nodes automatically react when services appear or disappear.&lt;/li&gt;&lt;/ul&gt;&lt;div&gt;This makes the system highly dynamic and adaptive.&lt;/div&gt;&lt;/div&gt;" vertex="1">
          <mxGeometry height="160" width="480" x="-1560" y="1160" as="geometry" />
        </mxCell>
        <mxCell id="MGsdMgP7l0InPqgAwvWF-78" parent="1" style="text;html=1;whiteSpace=wrap;strokeColor=none;fillColor=none;align=left;verticalAlign=middle;rounded=0;" value="&lt;div&gt;&lt;b&gt;Leader - Worker Architecture&amp;nbsp;&lt;/b&gt;&lt;/div&gt;&lt;div&gt;In a leader-worker model, the behavior is slightly different.&lt;/div&gt;&lt;div&gt;&lt;br&gt;&lt;/div&gt;&lt;div&gt;&lt;div&gt;Workers&lt;/div&gt;&lt;div&gt;&lt;ul&gt;&lt;li&gt;Workers do not need to know about each other&amp;nbsp;&lt;/li&gt;&lt;li&gt;Each worker registers itself in the service registry&lt;/li&gt;&lt;li&gt;Workers simply wait for tasks from the leader.&amp;nbsp;&lt;/li&gt;&lt;/ul&gt;&lt;/div&gt;Leader&amp;nbsp;&lt;/div&gt;&lt;div&gt;&lt;ul&gt;&lt;li&gt;Only the leader subscribes to registry change notifications.&lt;/li&gt;&lt;li&gt;The leader maintains a complete view of the cluster.&lt;/li&gt;&lt;li&gt;Based on the available workers, the leader distributes tasks accordingly&lt;/li&gt;&lt;/ul&gt;&lt;/div&gt;&lt;div&gt;If the leader fails:&lt;/div&gt;&lt;div&gt;&lt;ol&gt;&lt;li&gt;A new leader is elected&lt;/li&gt;&lt;li&gt;The new leader removes itself from the worker registry.&lt;/li&gt;&lt;li&gt;It continues managing and distributing work.&lt;/li&gt;&lt;/ol&gt;&lt;/div&gt;&lt;div&gt;Why Service Discovery Matters&lt;/div&gt;&lt;div&gt;Service discovery is a critical building block in distributed systems because it enables:&lt;/div&gt;&lt;div&gt;&lt;ul&gt;&lt;li&gt;Automatic node discovery&lt;/li&gt;&lt;li&gt;Dynamic scaling&amp;nbsp;&lt;/li&gt;&lt;li&gt;Fault tolerance&amp;nbsp;&lt;/li&gt;&lt;li&gt;Easier cluster management&lt;/li&gt;&lt;/ul&gt;&lt;div&gt;Nodes can be added or removed at any time without manual reconfiguration.&lt;/div&gt;&lt;div&gt;&lt;br&gt;&lt;/div&gt;&lt;div&gt;&lt;b&gt;Important Limitation&lt;/b&gt;&lt;/div&gt;&lt;div&gt;Even with automated service discovery, nodes still need an initial way to connect to ZooKeeper.&lt;/div&gt;&lt;div&gt;This means some static or manual configuration is still required, such as distributing:&lt;/div&gt;&lt;div&gt;&lt;ul&gt;&lt;li&gt;ZooKeeper server addresses&lt;/li&gt;&lt;li&gt;Cluster endpoints&amp;nbsp;&lt;/li&gt;&lt;li&gt;Initial connection settings&lt;/li&gt;&lt;/ul&gt;&lt;div&gt;So while service discovery greatly improves scalability and automation, configuration management remains an important part of distributed systems.&lt;/div&gt;&lt;/div&gt;&lt;/div&gt;&lt;div&gt;&lt;br&gt;&lt;/div&gt;" vertex="1">
          <mxGeometry height="600" width="480" x="-1560" y="1520" as="geometry" />
        </mxCell>
        <mxCell id="MGsdMgP7l0InPqgAwvWF-79" parent="1" style="rounded=0;whiteSpace=wrap;html=1;fillColor=#dae8fc;strokeColor=#6c8ebf;" value="Server&amp;nbsp;" vertex="1">
          <mxGeometry height="80" width="60" x="-880" y="1240" as="geometry" />
        </mxCell>
        <mxCell id="MGsdMgP7l0InPqgAwvWF-80" parent="1" style="rounded=0;whiteSpace=wrap;html=1;fillColor=#dae8fc;strokeColor=#6c8ebf;" value="Server&amp;nbsp;" vertex="1">
          <mxGeometry height="80" width="60" x="-800" y="1120" as="geometry" />
        </mxCell>
        <mxCell id="MGsdMgP7l0InPqgAwvWF-81" parent="1" style="rounded=0;whiteSpace=wrap;html=1;fillColor=#dae8fc;strokeColor=#6c8ebf;" value="Server&amp;nbsp;" vertex="1">
          <mxGeometry height="80" width="60" x="-720" y="1240" as="geometry" />
        </mxCell>
        <mxCell id="MGsdMgP7l0InPqgAwvWF-82" edge="1" parent="1" source="MGsdMgP7l0InPqgAwvWF-79" style="endArrow=classic;startArrow=classic;html=1;rounded=0;entryX=0;entryY=0.75;entryDx=0;entryDy=0;exitX=0.5;exitY=0;exitDx=0;exitDy=0;" target="MGsdMgP7l0InPqgAwvWF-80" value="">
          <mxGeometry height="50" relative="1" width="50" as="geometry">
            <mxPoint x="-920" y="1280" as="sourcePoint" />
            <mxPoint x="-870" y="1230" as="targetPoint" />
          </mxGeometry>
        </mxCell>
        <mxCell id="MGsdMgP7l0InPqgAwvWF-83" edge="1" parent="1" source="MGsdMgP7l0InPqgAwvWF-79" style="endArrow=classic;startArrow=classic;html=1;rounded=0;entryX=0;entryY=0.25;entryDx=0;entryDy=0;exitX=0.5;exitY=1;exitDx=0;exitDy=0;" target="MGsdMgP7l0InPqgAwvWF-84" value="">
          <mxGeometry height="50" relative="1" width="50" as="geometry">
            <mxPoint x="-890" y="1470" as="sourcePoint" />
            <mxPoint x="-780" y="1400" as="targetPoint" />
          </mxGeometry>
        </mxCell>
        <mxCell id="MGsdMgP7l0InPqgAwvWF-84" parent="1" style="rounded=0;whiteSpace=wrap;html=1;fillColor=#dae8fc;strokeColor=#6c8ebf;" value="Server&amp;nbsp;" vertex="1">
          <mxGeometry height="80" width="60" x="-800" y="1360" as="geometry" />
        </mxCell>
        <mxCell id="MGsdMgP7l0InPqgAwvWF-85" edge="1" parent="1" style="endArrow=classic;startArrow=classic;html=1;rounded=0;entryX=0.5;entryY=0;entryDx=0;entryDy=0;exitX=0.5;exitY=0;exitDx=0;exitDy=0;" target="MGsdMgP7l0InPqgAwvWF-81" value="">
          <mxGeometry height="50" relative="1" width="50" as="geometry">
            <mxPoint x="-740" y="1180" as="sourcePoint" />
            <mxPoint x="-690" y="1250" as="targetPoint" />
          </mxGeometry>
        </mxCell>
        <mxCell id="MGsdMgP7l0InPqgAwvWF-86" edge="1" parent="1" source="MGsdMgP7l0InPqgAwvWF-81" style="endArrow=classic;startArrow=classic;html=1;rounded=0;entryX=1;entryY=0.25;entryDx=0;entryDy=0;exitX=0.5;exitY=1;exitDx=0;exitDy=0;" target="MGsdMgP7l0InPqgAwvWF-84" value="">
          <mxGeometry height="50" relative="1" width="50" as="geometry">
            <mxPoint x="-560" y="1460" as="sourcePoint" />
            <mxPoint x="-450" y="1560" as="targetPoint" />
          </mxGeometry>
        </mxCell>
        <mxCell id="MGsdMgP7l0InPqgAwvWF-88" edge="1" parent="1" style="endArrow=classic;startArrow=classic;html=1;rounded=0;entryX=0;entryY=0.5;entryDx=0;entryDy=0;exitX=0.5;exitY=1;exitDx=0;exitDy=0;" target="MGsdMgP7l0InPqgAwvWF-81" value="">
          <mxGeometry height="50" relative="1" width="50" as="geometry">
            <mxPoint x="-820" y="1280" as="sourcePoint" />
            <mxPoint x="-770" y="1340" as="targetPoint" />
          </mxGeometry>
        </mxCell>
        <mxCell id="MGsdMgP7l0InPqgAwvWF-89" parent="1" style="rounded=0;whiteSpace=wrap;html=1;fillColor=#dae8fc;strokeColor=#6c8ebf;" value="Server&amp;nbsp;" vertex="1">
          <mxGeometry height="80" width="60" x="-920" y="1640" as="geometry" />
        </mxCell>
        <mxCell id="MGsdMgP7l0InPqgAwvWF-90" parent="1" style="rounded=0;whiteSpace=wrap;html=1;fillColor=#dae8fc;strokeColor=#6c8ebf;" value="Server&amp;nbsp;" vertex="1">
          <mxGeometry height="80" width="60" x="-800" y="1520" as="geometry" />
        </mxCell>
        <mxCell id="MGsdMgP7l0InPqgAwvWF-91" parent="1" style="rounded=0;whiteSpace=wrap;html=1;fillColor=#dae8fc;strokeColor=#6c8ebf;" value="Server&amp;nbsp;" vertex="1">
          <mxGeometry height="80" width="60" x="-680" y="1640" as="geometry" />
        </mxCell>
        <mxCell id="MGsdMgP7l0InPqgAwvWF-94" parent="1" style="rounded=0;whiteSpace=wrap;html=1;fillColor=#dae8fc;strokeColor=#6c8ebf;" value="Server&amp;nbsp;" vertex="1">
          <mxGeometry height="80" width="60" x="-800" y="1760" as="geometry" />
        </mxCell>
        <mxCell id="MGsdMgP7l0InPqgAwvWF-98" parent="1" style="rounded=0;whiteSpace=wrap;html=1;fillColor=#f8cecc;strokeColor=#b85450;" value="Server&amp;nbsp;" vertex="1">
          <mxGeometry height="80" width="60" x="-800" y="1640" as="geometry" />
        </mxCell>
        <mxCell id="MGsdMgP7l0InPqgAwvWF-99" edge="1" parent="1" style="endArrow=classic;html=1;rounded=0;entryX=0.5;entryY=1;entryDx=0;entryDy=0;" target="MGsdMgP7l0InPqgAwvWF-90" value="">
          <mxGeometry height="50" relative="1" width="50" as="geometry">
            <mxPoint x="-770" y="1640" as="sourcePoint" />
            <mxPoint x="-720" y="1590" as="targetPoint" />
          </mxGeometry>
        </mxCell>
        <mxCell id="MGsdMgP7l0InPqgAwvWF-100" edge="1" parent="1" style="endArrow=classic;html=1;rounded=0;" value="">
          <mxGeometry height="50" relative="1" width="50" as="geometry">
            <mxPoint x="-801" y="1680" as="sourcePoint" />
            <mxPoint x="-860" y="1680" as="targetPoint" />
          </mxGeometry>
        </mxCell>
        <mxCell id="MGsdMgP7l0InPqgAwvWF-101" edge="1" parent="1" source="MGsdMgP7l0InPqgAwvWF-98" style="endArrow=classic;html=1;rounded=0;exitX=0.5;exitY=1;exitDx=0;exitDy=0;" target="MGsdMgP7l0InPqgAwvWF-94" value="">
          <mxGeometry height="50" relative="1" width="50" as="geometry">
            <mxPoint x="-761" y="1730" as="sourcePoint" />
            <mxPoint x="-840" y="1730" as="targetPoint" />
          </mxGeometry>
        </mxCell>
        <mxCell id="MGsdMgP7l0InPqgAwvWF-102" edge="1" parent="1" style="endArrow=classic;html=1;rounded=0;entryX=0;entryY=0.5;entryDx=0;entryDy=0;" target="MGsdMgP7l0InPqgAwvWF-91" value="">
          <mxGeometry height="50" relative="1" width="50" as="geometry">
            <mxPoint x="-740" y="1679.5" as="sourcePoint" />
            <mxPoint x="-660" y="1680" as="targetPoint" />
          </mxGeometry>
        </mxCell>
        <mxCell id="kIgsmheDJQz7XmRfPmZH-1" parent="1" style="text;html=1;whiteSpace=wrap;strokeColor=none;fillColor=none;align=left;verticalAlign=middle;rounded=0;" value="&lt;div&gt;&lt;b&gt;Replication &lt;/b&gt;: Creating identical copies of all the data, and placing each copy on a different machine.&lt;/div&gt;&lt;div&gt;&lt;b&gt;Sharding&lt;/b&gt;: Splitting the data and placing each chunk on a different machine.&lt;/div&gt;" vertex="1">
          <mxGeometry height="70" width="570" x="-1220" y="2140" as="geometry" />
        </mxCell>
        <mxCell id="kIgsmheDJQz7XmRfPmZH-2" parent="1" style="shape=cylinder3;whiteSpace=wrap;html=1;boundedLbl=1;backgroundOutline=1;size=15;" value="Db Instance" vertex="1">
          <mxGeometry height="80" width="60" x="-1320" y="2380" as="geometry" />
        </mxCell>
        <mxCell id="kIgsmheDJQz7XmRfPmZH-4" parent="1" style="rounded=0;whiteSpace=wrap;html=1;" value="Client 1" vertex="1">
          <mxGeometry height="40" width="80" x="-1560" y="2320" as="geometry" />
        </mxCell>
        <mxCell id="kIgsmheDJQz7XmRfPmZH-6" parent="1" style="rounded=0;whiteSpace=wrap;html=1;" value="Client 2" vertex="1">
          <mxGeometry height="40" width="80" x="-1560" y="2400" as="geometry" />
        </mxCell>
        <mxCell id="kIgsmheDJQz7XmRfPmZH-7" parent="1" style="rounded=0;whiteSpace=wrap;html=1;" value="Client 3" vertex="1">
          <mxGeometry height="40" width="80" x="-1560" y="2480" as="geometry" />
        </mxCell>
        <mxCell id="kIgsmheDJQz7XmRfPmZH-8" edge="1" parent="1" style="endArrow=classic;html=1;rounded=0;entryX=0;entryY=0;entryDx=0;entryDy=27.5;entryPerimeter=0;" target="kIgsmheDJQz7XmRfPmZH-2" value="">
          <mxGeometry height="50" relative="1" width="50" as="geometry">
            <mxPoint x="-1480" y="2340" as="sourcePoint" />
            <mxPoint x="-1430" y="2290" as="targetPoint" />
          </mxGeometry>
        </mxCell>
        <mxCell id="kIgsmheDJQz7XmRfPmZH-9" edge="1" parent="1" style="endArrow=classic;html=1;rounded=0;entryX=0;entryY=0.5;entryDx=0;entryDy=0;entryPerimeter=0;" target="kIgsmheDJQz7XmRfPmZH-2" value="">
          <mxGeometry height="50" relative="1" width="50" as="geometry">
            <mxPoint x="-1480" y="2420" as="sourcePoint" />
            <mxPoint x="-1320" y="2485" as="targetPoint" />
          </mxGeometry>
        </mxCell>
        <mxCell id="kIgsmheDJQz7XmRfPmZH-10" edge="1" parent="1" style="endArrow=classic;html=1;rounded=0;entryX=0;entryY=0;entryDx=0;entryDy=52.5;entryPerimeter=0;" target="kIgsmheDJQz7XmRfPmZH-2" value="">
          <mxGeometry height="50" relative="1" width="50" as="geometry">
            <mxPoint x="-1480" y="2499.52" as="sourcePoint" />
            <mxPoint x="-1320" y="2499.52" as="targetPoint" />
          </mxGeometry>
        </mxCell>
        <mxCell id="kIgsmheDJQz7XmRfPmZH-12" parent="1" style="rounded=0;whiteSpace=wrap;html=1;fillColor=none;dashed=1;dashPattern=8 8;strokeColor=#FF6666;strokeWidth=2;" value="" vertex="1">
          <mxGeometry height="120" width="120" x="-1350" y="2360" as="geometry" />
        </mxCell>
        <mxCell id="kIgsmheDJQz7XmRfPmZH-13" parent="1" style="text;whiteSpace=wrap;html=1;" value="&lt;font&gt;If all data is stored on a single machine, any network disruption — such as a router failure — could make that node unreachable, preventing the business from operating until connectivity is restored.&lt;/font&gt;" vertex="1">
          <mxGeometry height="40" width="560" x="-1560" y="2240" as="geometry" />
        </mxCell>
        <mxCell id="kIgsmheDJQz7XmRfPmZH-15" parent="1" style="shape=cylinder3;whiteSpace=wrap;html=1;boundedLbl=1;backgroundOutline=1;size=15;" value="Replica" vertex="1">
          <mxGeometry height="80" width="60" x="-620" y="2440" as="geometry" />
        </mxCell>
        <mxCell id="kIgsmheDJQz7XmRfPmZH-16" parent="1" style="rounded=0;whiteSpace=wrap;html=1;" value="Client 1" vertex="1">
          <mxGeometry height="40" width="80" x="-880" y="2320" as="geometry" />
        </mxCell>
        <mxCell id="kIgsmheDJQz7XmRfPmZH-17" parent="1" style="rounded=0;whiteSpace=wrap;html=1;" value="Client 2" vertex="1">
          <mxGeometry height="40" width="80" x="-880" y="2400" as="geometry" />
        </mxCell>
        <mxCell id="kIgsmheDJQz7XmRfPmZH-18" parent="1" style="rounded=0;whiteSpace=wrap;html=1;" value="Client 3" vertex="1">
          <mxGeometry height="40" width="80" x="-880" y="2480" as="geometry" />
        </mxCell>
        <mxCell id="kIgsmheDJQz7XmRfPmZH-19" edge="1" parent="1" style="endArrow=classic;html=1;rounded=0;entryX=0;entryY=0;entryDx=0;entryDy=27.5;entryPerimeter=0;" target="kIgsmheDJQz7XmRfPmZH-15" value="">
          <mxGeometry height="50" relative="1" width="50" as="geometry">
            <mxPoint x="-800" y="2340" as="sourcePoint" />
            <mxPoint x="-750" y="2290" as="targetPoint" />
          </mxGeometry>
        </mxCell>
        <mxCell id="kIgsmheDJQz7XmRfPmZH-20" edge="1" parent="1" style="endArrow=classic;html=1;rounded=0;entryX=0;entryY=0.5;entryDx=0;entryDy=0;entryPerimeter=0;" target="kIgsmheDJQz7XmRfPmZH-15" value="">
          <mxGeometry height="50" relative="1" width="50" as="geometry">
            <mxPoint x="-800" y="2420" as="sourcePoint" />
            <mxPoint x="-640" y="2485" as="targetPoint" />
          </mxGeometry>
        </mxCell>
        <mxCell id="kIgsmheDJQz7XmRfPmZH-21" edge="1" parent="1" style="endArrow=classic;html=1;rounded=0;entryX=0;entryY=0;entryDx=0;entryDy=52.5;entryPerimeter=0;" target="kIgsmheDJQz7XmRfPmZH-15" value="">
          <mxGeometry height="50" relative="1" width="50" as="geometry">
            <mxPoint x="-800" y="2499.52" as="sourcePoint" />
            <mxPoint x="-640" y="2499.52" as="targetPoint" />
          </mxGeometry>
        </mxCell>
        <mxCell id="kIgsmheDJQz7XmRfPmZH-23" parent="1" style="shape=cylinder3;whiteSpace=wrap;html=1;boundedLbl=1;backgroundOutline=1;size=15;" value="Master" vertex="1">
          <mxGeometry height="80" width="60" x="-620" y="2310" as="geometry" />
        </mxCell>
        <mxCell id="kIgsmheDJQz7XmRfPmZH-24" parent="1" style="rounded=0;whiteSpace=wrap;html=1;fillColor=none;dashed=1;dashPattern=8 8;strokeColor=#FF6666;strokeWidth=2;" value="" vertex="1">
          <mxGeometry height="100" width="100" x="-640" y="2300" as="geometry" />
        </mxCell>
        <mxCell id="kIgsmheDJQz7XmRfPmZH-25" parent="1" style="text;whiteSpace=wrap;html=1;" value="By maintaining replicas of our data on separate machines, we ensure that if the primary database instance becomes unavailable, the replicas can still provide access to the data and maintain business continuity." vertex="1">
          <mxGeometry height="40" width="640" x="-880" y="2240" as="geometry" />
        </mxCell>
        <mxCell id="kIgsmheDJQz7XmRfPmZH-26" parent="1" style="shape=cylinder3;whiteSpace=wrap;html=1;boundedLbl=1;backgroundOutline=1;size=15;" value="Slave" vertex="1">
          <mxGeometry height="80" width="60" x="-1300" y="2850" as="geometry" />
        </mxCell>
        <mxCell id="kIgsmheDJQz7XmRfPmZH-27" parent="1" style="rounded=0;whiteSpace=wrap;html=1;" value="Client 1" vertex="1">
          <mxGeometry height="40" width="80" x="-1560" y="2730" as="geometry" />
        </mxCell>
        <mxCell id="kIgsmheDJQz7XmRfPmZH-28" parent="1" style="rounded=0;whiteSpace=wrap;html=1;" value="Client 2" vertex="1">
          <mxGeometry height="40" width="80" x="-1560" y="2810" as="geometry" />
        </mxCell>
        <mxCell id="kIgsmheDJQz7XmRfPmZH-29" parent="1" style="rounded=0;whiteSpace=wrap;html=1;" value="Client 3" vertex="1">
          <mxGeometry height="40" width="80" x="-1560" y="2890" as="geometry" />
        </mxCell>
        <mxCell id="kIgsmheDJQz7XmRfPmZH-30" edge="1" parent="1" style="endArrow=classic;html=1;rounded=0;entryX=0;entryY=0.5;entryDx=0;entryDy=0;entryPerimeter=0;" target="kIgsmheDJQz7XmRfPmZH-33" value="">
          <mxGeometry height="50" relative="1" width="50" as="geometry">
            <mxPoint x="-1480" y="2750" as="sourcePoint" />
            <mxPoint x="-1330" y="2750" as="targetPoint" />
          </mxGeometry>
        </mxCell>
        <mxCell id="kIgsmheDJQz7XmRfPmZH-31" edge="1" parent="1" style="endArrow=classic;html=1;rounded=0;entryX=0;entryY=0.5;entryDx=0;entryDy=0;entryPerimeter=0;" target="kIgsmheDJQz7XmRfPmZH-26" value="">
          <mxGeometry height="50" relative="1" width="50" as="geometry">
            <mxPoint x="-1480" y="2830" as="sourcePoint" />
            <mxPoint x="-1320" y="2895" as="targetPoint" />
          </mxGeometry>
        </mxCell>
        <mxCell id="kIgsmheDJQz7XmRfPmZH-32" edge="1" parent="1" style="endArrow=classic;html=1;rounded=0;entryX=0;entryY=0;entryDx=0;entryDy=52.5;entryPerimeter=0;" target="kIgsmheDJQz7XmRfPmZH-26" value="">
          <mxGeometry height="50" relative="1" width="50" as="geometry">
            <mxPoint x="-1480" y="2909.52" as="sourcePoint" />
            <mxPoint x="-1320" y="2909.52" as="targetPoint" />
          </mxGeometry>
        </mxCell>
        <mxCell id="kIgsmheDJQz7XmRfPmZH-33" parent="1" style="shape=cylinder3;whiteSpace=wrap;html=1;boundedLbl=1;backgroundOutline=1;size=15;" value="Master" vertex="1">
          <mxGeometry height="80" width="60" x="-1300" y="2710" as="geometry" />
        </mxCell>
        <mxCell id="kIgsmheDJQz7XmRfPmZH-35" parent="1" style="text;html=1;whiteSpace=wrap;strokeColor=none;fillColor=none;align=center;verticalAlign=middle;rounded=0;" value="Write (X=20)" vertex="1">
          <mxGeometry height="30" width="90" x="-1440" y="2720" as="geometry" />
        </mxCell>
        <mxCell id="kIgsmheDJQz7XmRfPmZH-36" edge="1" parent="1" style="endArrow=classic;html=1;rounded=0;entryX=0.5;entryY=0;entryDx=0;entryDy=0;entryPerimeter=0;dashed=1;dashPattern=8 8;" target="kIgsmheDJQz7XmRfPmZH-26" value="">
          <mxGeometry height="50" relative="1" width="50" as="geometry">
            <mxPoint x="-1270" y="2790" as="sourcePoint" />
            <mxPoint x="-1220" y="2740" as="targetPoint" />
          </mxGeometry>
        </mxCell>
        <mxCell id="kIgsmheDJQz7XmRfPmZH-37" parent="1" style="shape=cylinder3;whiteSpace=wrap;html=1;boundedLbl=1;backgroundOutline=1;size=15;" value="Slave" vertex="1">
          <mxGeometry height="80" width="60" x="-860" y="2850" as="geometry" />
        </mxCell>
        <mxCell id="kIgsmheDJQz7XmRfPmZH-38" parent="1" style="rounded=0;whiteSpace=wrap;html=1;" value="Client 1" vertex="1">
          <mxGeometry height="40" width="80" x="-1120" y="2730" as="geometry" />
        </mxCell>
        <mxCell id="kIgsmheDJQz7XmRfPmZH-39" parent="1" style="rounded=0;whiteSpace=wrap;html=1;" value="Client 2" vertex="1">
          <mxGeometry height="40" width="80" x="-1120" y="2810" as="geometry" />
        </mxCell>
        <mxCell id="kIgsmheDJQz7XmRfPmZH-40" parent="1" style="rounded=0;whiteSpace=wrap;html=1;" value="Client 3" vertex="1">
          <mxGeometry height="40" width="80" x="-1120" y="2890" as="geometry" />
        </mxCell>
        <mxCell id="kIgsmheDJQz7XmRfPmZH-41" edge="1" parent="1" style="endArrow=classic;html=1;rounded=0;entryX=0;entryY=0;entryDx=0;entryDy=15;entryPerimeter=0;" target="kIgsmheDJQz7XmRfPmZH-37" value="">
          <mxGeometry height="50" relative="1" width="50" as="geometry">
            <mxPoint x="-1040" y="2750" as="sourcePoint" />
            <mxPoint x="-890" y="2750" as="targetPoint" />
          </mxGeometry>
        </mxCell>
        <mxCell id="kIgsmheDJQz7XmRfPmZH-42" edge="1" parent="1" style="endArrow=classic;html=1;rounded=0;entryX=0;entryY=0.5;entryDx=0;entryDy=0;entryPerimeter=0;" target="kIgsmheDJQz7XmRfPmZH-37" value="">
          <mxGeometry height="50" relative="1" width="50" as="geometry">
            <mxPoint x="-1040" y="2830" as="sourcePoint" />
            <mxPoint x="-880" y="2895" as="targetPoint" />
          </mxGeometry>
        </mxCell>
        <mxCell id="kIgsmheDJQz7XmRfPmZH-43" edge="1" parent="1" style="endArrow=classic;html=1;rounded=0;entryX=0;entryY=0;entryDx=0;entryDy=52.5;entryPerimeter=0;" target="kIgsmheDJQz7XmRfPmZH-37" value="">
          <mxGeometry height="50" relative="1" width="50" as="geometry">
            <mxPoint x="-1040" y="2909.52" as="sourcePoint" />
            <mxPoint x="-880" y="2909.52" as="targetPoint" />
          </mxGeometry>
        </mxCell>
        <mxCell id="kIgsmheDJQz7XmRfPmZH-44" parent="1" style="shape=cylinder3;whiteSpace=wrap;html=1;boundedLbl=1;backgroundOutline=1;size=15;" value="Master" vertex="1">
          <mxGeometry height="80" width="60" x="-860" y="2710" as="geometry" />
        </mxCell>
        <mxCell id="kIgsmheDJQz7XmRfPmZH-45" parent="1" style="text;html=1;whiteSpace=wrap;strokeColor=none;fillColor=none;align=center;verticalAlign=middle;rounded=0;" value="Write (X=20)" vertex="1">
          <mxGeometry height="30" width="90" x="-990" y="2770" as="geometry" />
        </mxCell>
        <mxCell id="kIgsmheDJQz7XmRfPmZH-46" edge="1" parent="1" style="endArrow=classic;html=1;rounded=0;entryX=0.5;entryY=0;entryDx=0;entryDy=0;entryPerimeter=0;dashed=1;dashPattern=8 8;" target="kIgsmheDJQz7XmRfPmZH-37" value="">
          <mxGeometry height="50" relative="1" width="50" as="geometry">
            <mxPoint x="-830" y="2790" as="sourcePoint" />
            <mxPoint x="-780" y="2740" as="targetPoint" />
          </mxGeometry>
        </mxCell>
        <mxCell id="kIgsmheDJQz7XmRfPmZH-47" parent="1" style="text;html=1;whiteSpace=wrap;strokeColor=none;fillColor=none;align=center;verticalAlign=middle;rounded=0;fontStyle=1" value="Master - Slave Architecture - Failover" vertex="1">
          <mxGeometry height="30" width="280" x="-1275" y="2610" as="geometry" />
        </mxCell>
        <mxCell id="kIgsmheDJQz7XmRfPmZH-48" edge="1" parent="1" style="endArrow=none;html=1;rounded=0;strokeWidth=3;strokeColor=light-dark(#ff0000, #ededed);" value="">
          <mxGeometry height="50" relative="1" width="50" as="geometry">
            <mxPoint x="-790" y="2792" as="sourcePoint" />
            <mxPoint x="-870" y="2712" as="targetPoint" />
          </mxGeometry>
        </mxCell>
        <mxCell id="kIgsmheDJQz7XmRfPmZH-49" edge="1" parent="1" style="endArrow=none;html=1;rounded=0;strokeWidth=3;strokeColor=light-dark(#ff0000, #ededed);" value="">
          <mxGeometry height="50" relative="1" width="50" as="geometry">
            <mxPoint x="-870" y="2792" as="sourcePoint" />
            <mxPoint x="-790" y="2712" as="targetPoint" />
          </mxGeometry>
        </mxCell>
        <mxCell id="kIgsmheDJQz7XmRfPmZH-52" parent="1" style="text;html=1;whiteSpace=wrap;strokeColor=none;fillColor=none;align=center;verticalAlign=middle;rounded=0;" value="Read&amp;nbsp;" vertex="1">
          <mxGeometry height="30" width="90" x="-1010" y="2870" as="geometry" />
        </mxCell>
        <mxCell id="kIgsmheDJQz7XmRfPmZH-53" edge="1" parent="1" style="endArrow=classic;html=1;rounded=0;strokeColor=light-dark(#008080, #ededed);strokeWidth=2;" value="">
          <mxGeometry height="50" relative="1" width="50" as="geometry">
            <mxPoint x="-800" y="2902.52" as="sourcePoint" />
            <mxPoint x="-740" y="2902.52" as="targetPoint" />
          </mxGeometry>
        </mxCell>
        <mxCell id="kIgsmheDJQz7XmRfPmZH-54" parent="1" style="text;html=1;whiteSpace=wrap;strokeColor=none;fillColor=none;align=center;verticalAlign=middle;rounded=0;" value="&lt;b&gt;Master&lt;/b&gt;" vertex="1">
          <mxGeometry height="30" width="55" x="-740" y="2888" as="geometry" />
        </mxCell>
        <mxCell id="kIgsmheDJQz7XmRfPmZH-56" parent="1" style="text;html=1;whiteSpace=wrap;strokeColor=none;fillColor=none;align=center;verticalAlign=middle;rounded=0;" value="Read&amp;nbsp;" vertex="1">
          <mxGeometry height="30" width="90" x="-1450" y="2870" as="geometry" />
        </mxCell>
        <mxCell id="kIgsmheDJQz7XmRfPmZH-57" parent="1" style="text;html=1;whiteSpace=wrap;strokeColor=none;fillColor=none;align=center;verticalAlign=middle;rounded=0;fontStyle=1" value="Master - Master Architecture - Failover" vertex="1">
          <mxGeometry height="30" width="260" x="-1260" y="3080" as="geometry" />
        </mxCell>
        <mxCell id="kIgsmheDJQz7XmRfPmZH-58" parent="1" style="shape=cylinder3;whiteSpace=wrap;html=1;boundedLbl=1;backgroundOutline=1;size=15;" value="Master" vertex="1">
          <mxGeometry height="80" width="60" x="-1300" y="3270" as="geometry" />
        </mxCell>
        <mxCell id="kIgsmheDJQz7XmRfPmZH-59" parent="1" style="rounded=0;whiteSpace=wrap;html=1;" value="Client 1" vertex="1">
          <mxGeometry height="40" width="80" x="-1560" y="3150" as="geometry" />
        </mxCell>
        <mxCell id="kIgsmheDJQz7XmRfPmZH-60" parent="1" style="rounded=0;whiteSpace=wrap;html=1;" value="Client 2" vertex="1">
          <mxGeometry height="40" width="80" x="-1560" y="3230" as="geometry" />
        </mxCell>
        <mxCell id="kIgsmheDJQz7XmRfPmZH-61" parent="1" style="rounded=0;whiteSpace=wrap;html=1;" value="Client 3" vertex="1">
          <mxGeometry height="40" width="80" x="-1560" y="3310" as="geometry" />
        </mxCell>
        <mxCell id="kIgsmheDJQz7XmRfPmZH-62" edge="1" parent="1" style="endArrow=classic;html=1;rounded=0;entryX=0;entryY=0.5;entryDx=0;entryDy=0;entryPerimeter=0;" target="kIgsmheDJQz7XmRfPmZH-65" value="">
          <mxGeometry height="50" relative="1" width="50" as="geometry">
            <mxPoint x="-1480" y="3170" as="sourcePoint" />
            <mxPoint x="-1330" y="3170" as="targetPoint" />
          </mxGeometry>
        </mxCell>
        <mxCell id="kIgsmheDJQz7XmRfPmZH-63" edge="1" parent="1" style="endArrow=classic;html=1;rounded=0;entryX=0;entryY=0.5;entryDx=0;entryDy=0;entryPerimeter=0;" target="kIgsmheDJQz7XmRfPmZH-58" value="">
          <mxGeometry height="50" relative="1" width="50" as="geometry">
            <mxPoint x="-1480" y="3250" as="sourcePoint" />
            <mxPoint x="-1320" y="3315" as="targetPoint" />
          </mxGeometry>
        </mxCell>
        <mxCell id="kIgsmheDJQz7XmRfPmZH-64" edge="1" parent="1" style="endArrow=classic;html=1;rounded=0;entryX=0;entryY=0;entryDx=0;entryDy=52.5;entryPerimeter=0;" target="kIgsmheDJQz7XmRfPmZH-58" value="">
          <mxGeometry height="50" relative="1" width="50" as="geometry">
            <mxPoint x="-1480" y="3329.52" as="sourcePoint" />
            <mxPoint x="-1320" y="3329.52" as="targetPoint" />
          </mxGeometry>
        </mxCell>
        <mxCell id="kIgsmheDJQz7XmRfPmZH-65" parent="1" style="shape=cylinder3;whiteSpace=wrap;html=1;boundedLbl=1;backgroundOutline=1;size=15;" value="Master" vertex="1">
          <mxGeometry height="80" width="60" x="-1300" y="3130" as="geometry" />
        </mxCell>
        <mxCell id="kIgsmheDJQz7XmRfPmZH-66" parent="1" style="text;html=1;whiteSpace=wrap;strokeColor=none;fillColor=none;align=center;verticalAlign=middle;rounded=0;" value="Write" vertex="1">
          <mxGeometry height="30" width="90" x="-1440" y="3140" as="geometry" />
        </mxCell>
        <mxCell id="kIgsmheDJQz7XmRfPmZH-68" parent="1" style="text;html=1;whiteSpace=wrap;strokeColor=none;fillColor=none;align=center;verticalAlign=middle;rounded=0;" value="Read&amp;nbsp;" vertex="1">
          <mxGeometry height="30" width="90" x="-1450" y="3290" as="geometry" />
        </mxCell>
        <mxCell id="kIgsmheDJQz7XmRfPmZH-69" parent="1" style="rounded=0;whiteSpace=wrap;html=1;" value="Client 3" vertex="1">
          <mxGeometry height="40" width="80" x="-1560" y="3390" as="geometry" />
        </mxCell>
        <mxCell id="kIgsmheDJQz7XmRfPmZH-70" parent="1" style="shape=cylinder3;whiteSpace=wrap;html=1;boundedLbl=1;backgroundOutline=1;size=15;" value="Master" vertex="1">
          <mxGeometry height="80" width="60" x="-1300" y="3410" as="geometry" />
        </mxCell>
        <mxCell id="kIgsmheDJQz7XmRfPmZH-71" parent="1" style="rounded=0;whiteSpace=wrap;html=1;" value="Client 3" vertex="1">
          <mxGeometry height="40" width="80" x="-1560" y="3470" as="geometry" />
        </mxCell>
        <mxCell id="kIgsmheDJQz7XmRfPmZH-72" edge="1" parent="1" style="endArrow=classic;html=1;rounded=0;entryX=0;entryY=1;entryDx=0;entryDy=-15;entryPerimeter=0;" target="kIgsmheDJQz7XmRfPmZH-65" value="">
          <mxGeometry height="50" relative="1" width="50" as="geometry">
            <mxPoint x="-1480" y="3246.52" as="sourcePoint" />
            <mxPoint x="-1300" y="3240" as="targetPoint" />
          </mxGeometry>
        </mxCell>
        <mxCell id="kIgsmheDJQz7XmRfPmZH-73" parent="1" style="text;html=1;whiteSpace=wrap;strokeColor=none;fillColor=none;align=center;verticalAlign=middle;rounded=0;" value="Read&amp;nbsp;" vertex="1">
          <mxGeometry height="30" width="90" x="-1460" y="3200" as="geometry" />
        </mxCell>
        <mxCell id="kIgsmheDJQz7XmRfPmZH-74" edge="1" parent="1" style="endArrow=classic;html=1;rounded=0;entryX=0;entryY=1;entryDx=0;entryDy=-15;entryPerimeter=0;" target="kIgsmheDJQz7XmRfPmZH-58" value="">
          <mxGeometry height="50" relative="1" width="50" as="geometry">
            <mxPoint x="-1480" y="3410" as="sourcePoint" />
            <mxPoint x="-1300" y="3410" as="targetPoint" />
          </mxGeometry>
        </mxCell>
        <mxCell id="kIgsmheDJQz7XmRfPmZH-75" edge="1" parent="1" style="endArrow=classic;html=1;rounded=0;entryX=0;entryY=0;entryDx=0;entryDy=52.5;entryPerimeter=0;" target="kIgsmheDJQz7XmRfPmZH-70" value="">
          <mxGeometry height="50" relative="1" width="50" as="geometry">
            <mxPoint x="-1480" y="3490" as="sourcePoint" />
            <mxPoint x="-1300" y="3415" as="targetPoint" />
          </mxGeometry>
        </mxCell>
        <mxCell id="kIgsmheDJQz7XmRfPmZH-76" edge="1" parent="1" style="endArrow=classic;html=1;rounded=0;entryX=0;entryY=0.5;entryDx=0;entryDy=0;entryPerimeter=0;" target="kIgsmheDJQz7XmRfPmZH-70" value="">
          <mxGeometry height="50" relative="1" width="50" as="geometry">
            <mxPoint x="-1480" y="3417" as="sourcePoint" />
            <mxPoint x="-1305" y="3390" as="targetPoint" />
          </mxGeometry>
        </mxCell>
        <mxCell id="kIgsmheDJQz7XmRfPmZH-77" parent="1" style="text;html=1;whiteSpace=wrap;strokeColor=none;fillColor=none;align=center;verticalAlign=middle;rounded=0;" value="Write" vertex="1">
          <mxGeometry height="30" width="90" x="-1450" y="3350" as="geometry" />
        </mxCell>
        <mxCell id="kIgsmheDJQz7XmRfPmZH-80" parent="1" style="text;html=1;whiteSpace=wrap;strokeColor=none;fillColor=none;align=center;verticalAlign=middle;rounded=0;" value="Read&amp;nbsp;" vertex="1">
          <mxGeometry height="30" width="90" x="-1450" y="3440" as="geometry" />
        </mxCell>
        <mxCell id="kIgsmheDJQz7XmRfPmZH-81" parent="1" style="text;html=1;whiteSpace=wrap;strokeColor=none;fillColor=none;align=center;verticalAlign=middle;rounded=0;" value="Write" vertex="1">
          <mxGeometry height="30" width="90" x="-1440" y="3410" as="geometry" />
        </mxCell>
        <mxCell id="kIgsmheDJQz7XmRfPmZH-82" parent="1" style="text;html=1;whiteSpace=wrap;strokeColor=none;fillColor=none;align=center;verticalAlign=middle;rounded=0;" value="Write" vertex="1">
          <mxGeometry height="30" width="90" x="-1430" y="3250" as="geometry" />
        </mxCell>
        <mxCell id="kIgsmheDJQz7XmRfPmZH-83" parent="1" style="text;whiteSpace=wrap;html=1;" value="In a two-node master–slave architecture, data written to the master may not appear immediately on replicas, causing temporary inconsistencies. Once the updates are propagated, all replicas become consistent again — a model known as eventual consistency." vertex="1">
          <mxGeometry height="40" width="880" x="-1560" y="2640" as="geometry" />
        </mxCell>
        <mxCell id="kIgsmheDJQz7XmRfPmZH-84" parent="1" style="text;html=1;whiteSpace=wrap;strokeColor=none;fillColor=none;align=left;verticalAlign=middle;rounded=0;" value="&lt;div&gt;&lt;b&gt;Eventual Consistency&amp;nbsp;&lt;/b&gt;&lt;/div&gt;&lt;div&gt;&lt;br&gt;&lt;/div&gt;&lt;div&gt;&lt;ul&gt;&lt;li&gt;In this model, if no further updates are made, eventually all readers will have access to the newest data.&lt;/li&gt;&lt;li&gt;However temporarily some readers may see stale data&lt;/li&gt;&lt;li&gt;Provides lower latency and higher availability&amp;nbsp;&lt;/li&gt;&lt;li&gt;Good choice for systems that do not need to have the most up to date data across the board.&lt;/li&gt;&lt;li&gt;Examples:&lt;/li&gt;&lt;ul&gt;&lt;li&gt;Posts/updates to social media profile&lt;/li&gt;&lt;li&gt;Analytics for product ratings and number of reviews&lt;/li&gt;&lt;/ul&gt;&lt;/ul&gt;&lt;/div&gt;" vertex="1">
          <mxGeometry height="160" width="640" x="-640" y="2640" as="geometry" />
        </mxCell>
        <mxCell id="kIgsmheDJQz7XmRfPmZH-86" parent="1" style="text;html=1;whiteSpace=wrap;strokeColor=none;fillColor=none;align=left;verticalAlign=middle;rounded=0;" value="&lt;div&gt;&lt;b&gt;Strict Consistency&lt;/b&gt;&amp;nbsp;&lt;/div&gt;&lt;div&gt;&lt;br&gt;&lt;/div&gt;&lt;div&gt;&lt;ul&gt;&lt;li&gt;In Strict Consistency, the writer will not get an acknowledgement until we can guarantee that all the readers will see the new data.&lt;/li&gt;&lt;li&gt;Slows down operations and limits system&#39;s availability (if some replicas are temporarily not accessible)&lt;/li&gt;&lt;li&gt;Essential for systems that need to be consistent across all the services.&lt;/li&gt;&lt;li&gt;Examples:&lt;/li&gt;&lt;ul&gt;&lt;li&gt;User&#39;s Account&lt;/li&gt;&lt;li&gt;Number of items in a store&#39;s inventory&amp;nbsp;&lt;/li&gt;&lt;li&gt;Available/Booked seats in a theater&lt;/li&gt;&lt;/ul&gt;&lt;/ul&gt;&lt;/div&gt;" vertex="1">
          <mxGeometry height="200" width="480" x="-880" y="3120" as="geometry" />
        </mxCell>
        <mxCell id="kIgsmheDJQz7XmRfPmZH-87" parent="1" style="text;html=1;whiteSpace=wrap;strokeColor=none;fillColor=none;align=left;verticalAlign=middle;rounded=0;" value="&lt;div&gt;Quorum Consensus - Record Version&lt;/div&gt;&lt;div&gt;&lt;br&gt;&lt;/div&gt;" vertex="1">
          <mxGeometry height="30" width="360" x="-880" y="3330" as="geometry" />
        </mxCell>
        <mxCell id="kIgsmheDJQz7XmRfPmZH-88" parent="1" style="text;html=1;whiteSpace=wrap;strokeColor=none;fillColor=none;align=center;verticalAlign=middle;rounded=0;" value="Record:&amp;nbsp;" vertex="1">
          <mxGeometry height="30" width="80" x="-880" y="3365" as="geometry" />
        </mxCell>
        <mxCell id="kIgsmheDJQz7XmRfPmZH-89" parent="1" style="rounded=0;whiteSpace=wrap;html=1;fillColor=#fff2cc;strokeColor=#d6b656;" value="Key" vertex="1">
          <mxGeometry height="40" width="80" x="-800" y="3360" as="geometry" />
        </mxCell>
        <mxCell id="kIgsmheDJQz7XmRfPmZH-90" parent="1" style="rounded=0;whiteSpace=wrap;html=1;fillColor=#fff2cc;strokeColor=#d6b656;" value="Data" vertex="1">
          <mxGeometry height="40" width="80" x="-720" y="3360" as="geometry" />
        </mxCell>
        <mxCell id="kIgsmheDJQz7XmRfPmZH-91" parent="1" style="rounded=0;whiteSpace=wrap;html=1;fillColor=#f8cecc;strokeColor=#b85450;" value="Version" vertex="1">
          <mxGeometry height="40" width="80" x="-640" y="3360" as="geometry" />
        </mxCell>
        <mxCell id="kIgsmheDJQz7XmRfPmZH-92" parent="1" style="text;html=1;whiteSpace=wrap;strokeColor=none;fillColor=none;align=left;verticalAlign=middle;rounded=0;" value="Every update to a record increments the version number" vertex="1">
          <mxGeometry height="30" width="360" x="-880" y="3410" as="geometry" />
        </mxCell>
        <mxCell id="kIgsmheDJQz7XmRfPmZH-93" parent="1" style="text;html=1;whiteSpace=wrap;strokeColor=none;fillColor=none;align=center;verticalAlign=middle;rounded=0;" value="Old Record:" vertex="1">
          <mxGeometry height="30" width="80" x="-880" y="3445" as="geometry" />
        </mxCell>
        <mxCell id="kIgsmheDJQz7XmRfPmZH-94" parent="1" style="rounded=0;whiteSpace=wrap;html=1;fillColor=#fff2cc;strokeColor=#d6b656;" value="Key 1" vertex="1">
          <mxGeometry height="40" width="80" x="-800" y="3440" as="geometry" />
        </mxCell>
        <mxCell id="kIgsmheDJQz7XmRfPmZH-95" parent="1" style="rounded=0;whiteSpace=wrap;html=1;fillColor=#fff2cc;strokeColor=#d6b656;" value="Data 1" vertex="1">
          <mxGeometry height="40" width="80" x="-720" y="3440" as="geometry" />
        </mxCell>
        <mxCell id="kIgsmheDJQz7XmRfPmZH-96" parent="1" style="rounded=0;whiteSpace=wrap;html=1;fillColor=#f8cecc;strokeColor=#b85450;" value="1" vertex="1">
          <mxGeometry height="40" width="80" x="-640" y="3440" as="geometry" />
        </mxCell>
        <mxCell id="kIgsmheDJQz7XmRfPmZH-97" parent="1" style="text;html=1;whiteSpace=wrap;strokeColor=none;fillColor=none;align=center;verticalAlign=middle;rounded=0;" value="New Record:" vertex="1">
          <mxGeometry height="30" width="80" x="-880" y="3495" as="geometry" />
        </mxCell>
        <mxCell id="kIgsmheDJQz7XmRfPmZH-98" parent="1" style="rounded=0;whiteSpace=wrap;html=1;fillColor=#fff2cc;strokeColor=#d6b656;" value="Key 1" vertex="1">
          <mxGeometry height="40" width="80" x="-800" y="3490" as="geometry" />
        </mxCell>
        <mxCell id="kIgsmheDJQz7XmRfPmZH-99" parent="1" style="rounded=0;whiteSpace=wrap;html=1;fillColor=#fff2cc;strokeColor=#d6b656;" value="Data 2" vertex="1">
          <mxGeometry height="40" width="80" x="-720" y="3490" as="geometry" />
        </mxCell>
        <mxCell id="kIgsmheDJQz7XmRfPmZH-100" parent="1" style="rounded=0;whiteSpace=wrap;html=1;fillColor=#f8cecc;strokeColor=#b85450;" value="2" vertex="1">
          <mxGeometry height="40" width="80" x="-640" y="3490" as="geometry" />
        </mxCell>
        <mxCell id="kIgsmheDJQz7XmRfPmZH-102" parent="1" style="shape=cylinder3;whiteSpace=wrap;html=1;boundedLbl=1;backgroundOutline=1;size=15;fillColor=#d5e8d4;strokeColor=#82b366;" value="X = 20" vertex="1">
-           <mxGeometry height="80" width="60" x="-1240" y="3770" as="geometry" />
+           <mxGeometry height="80" width="60" x="-1360" y="3760" as="geometry" />
        </mxCell>
        <mxCell id="kIgsmheDJQz7XmRfPmZH-103" parent="1" style="shape=cylinder3;whiteSpace=wrap;html=1;boundedLbl=1;backgroundOutline=1;size=15;fillColor=#d5e8d4;strokeColor=#82b366;" value="X = 20" vertex="1">
-           <mxGeometry height="80" width="60" x="-1240" y="3920" as="geometry" />
+           <mxGeometry height="80" width="60" x="-1360" y="3910" as="geometry" />
        </mxCell>
        <mxCell id="kIgsmheDJQz7XmRfPmZH-104" parent="1" style="shape=cylinder3;whiteSpace=wrap;html=1;boundedLbl=1;backgroundOutline=1;size=15;fillColor=#d5e8d4;strokeColor=#82b366;" value="X = 20" vertex="1">
-           <mxGeometry height="80" width="60" x="-1120" y="3840" as="geometry" />
+           <mxGeometry height="80" width="60" x="-1240" y="3830" as="geometry" />
        </mxCell>
        <mxCell id="kIgsmheDJQz7XmRfPmZH-105" parent="1" style="shape=cylinder3;whiteSpace=wrap;html=1;boundedLbl=1;backgroundOutline=1;size=15;fillColor=#fff2cc;strokeColor=#d6b656;" value="X = 10" vertex="1">
-           <mxGeometry height="80" width="60" x="-1000" y="3770" as="geometry" />
+           <mxGeometry height="80" width="60" x="-1120" y="3760" as="geometry" />
        </mxCell>
        <mxCell id="kIgsmheDJQz7XmRfPmZH-106" parent="1" style="shape=cylinder3;whiteSpace=wrap;html=1;boundedLbl=1;backgroundOutline=1;size=15;fillColor=#fff2cc;strokeColor=#d6b656;" value="X = 10" vertex="1">
-           <mxGeometry height="80" width="60" x="-1000" y="3920" as="geometry" />
+           <mxGeometry height="80" width="60" x="-1120" y="3910" as="geometry" />
        </mxCell>
        <mxCell id="kIgsmheDJQz7XmRfPmZH-107" edge="1" parent="1" style="endArrow=classic;html=1;rounded=0;entryX=0;entryY=0.5;entryDx=0;entryDy=0;entryPerimeter=0;" target="kIgsmheDJQz7XmRfPmZH-102" value="">
          <mxGeometry height="50" relative="1" width="50" as="geometry">
-             <mxPoint x="-1440" y="3880" as="sourcePoint" />
-             <mxPoint x="-1510" y="3830" as="targetPoint" />
+             <mxPoint x="-1560" y="3870" as="sourcePoint" />
+             <mxPoint x="-1630" y="3820" as="targetPoint" />
          </mxGeometry>
        </mxCell>
        <mxCell id="kIgsmheDJQz7XmRfPmZH-108" edge="1" parent="1" style="endArrow=classic;html=1;rounded=0;entryX=0;entryY=0.5;entryDx=0;entryDy=0;entryPerimeter=0;" target="kIgsmheDJQz7XmRfPmZH-104" value="">
          <mxGeometry height="50" relative="1" width="50" as="geometry">
-             <mxPoint x="-1440" y="3880" as="sourcePoint" />
-             <mxPoint x="-1235" y="3850" as="targetPoint" />
+             <mxPoint x="-1560" y="3870" as="sourcePoint" />
+             <mxPoint x="-1355" y="3840" as="targetPoint" />
          </mxGeometry>
        </mxCell>
        <mxCell id="kIgsmheDJQz7XmRfPmZH-109" edge="1" parent="1" style="endArrow=classic;html=1;rounded=0;entryX=0;entryY=0.5;entryDx=0;entryDy=0;entryPerimeter=0;" target="kIgsmheDJQz7XmRfPmZH-103" value="">
          <mxGeometry height="50" relative="1" width="50" as="geometry">
-             <mxPoint x="-1440" y="3880" as="sourcePoint" />
-             <mxPoint x="-1240" y="3960" as="targetPoint" />
+             <mxPoint x="-1560" y="3870" as="sourcePoint" />
+             <mxPoint x="-1360" y="3950" as="targetPoint" />
          </mxGeometry>
        </mxCell>
        <mxCell id="kIgsmheDJQz7XmRfPmZH-110" parent="1" style="text;html=1;whiteSpace=wrap;strokeColor=none;fillColor=none;align=center;verticalAlign=middle;rounded=0;rotation=-20;" value="Write (X = 20)" vertex="1">
-           <mxGeometry height="30" width="90" x="-1400" y="3810" as="geometry" />
+           <mxGeometry height="30" width="90" x="-1520" y="3800" as="geometry" />
        </mxCell>
        <mxCell id="kIgsmheDJQz7XmRfPmZH-111" parent="1" style="text;html=1;whiteSpace=wrap;strokeColor=none;fillColor=none;align=center;verticalAlign=middle;rounded=0;" value="Write (X = 20)" vertex="1">
-           <mxGeometry height="30" width="90" x="-1350" y="3850" as="geometry" />
+           <mxGeometry height="30" width="90" x="-1470" y="3840" as="geometry" />
        </mxCell>
        <mxCell id="kIgsmheDJQz7XmRfPmZH-112" parent="1" style="text;html=1;whiteSpace=wrap;strokeColor=none;fillColor=none;align=center;verticalAlign=middle;rounded=0;rotation=20;" value="Write (X = 20)" vertex="1">
-           <mxGeometry height="30" width="90" x="-1410" y="3920" as="geometry" />
+           <mxGeometry height="30" width="90" x="-1530" y="3910" as="geometry" />
        </mxCell>
        <mxCell id="kIgsmheDJQz7XmRfPmZH-113" edge="1" parent="1" style="endArrow=classic;html=1;rounded=0;entryX=1;entryY=0.5;entryDx=0;entryDy=0;entryPerimeter=0;" target="kIgsmheDJQz7XmRfPmZH-105" value="">
          <mxGeometry height="50" relative="1" width="50" as="geometry">
-             <mxPoint x="-720" y="3880" as="sourcePoint" />
-             <mxPoint x="-635" y="3830" as="targetPoint" />
+             <mxPoint x="-840" y="3870" as="sourcePoint" />
+             <mxPoint x="-755" y="3820" as="targetPoint" />
          </mxGeometry>
        </mxCell>
        <mxCell id="kIgsmheDJQz7XmRfPmZH-114" edge="1" parent="1" style="endArrow=classic;html=1;rounded=0;entryX=1;entryY=0.5;entryDx=0;entryDy=0;entryPerimeter=0;" value="">
          <mxGeometry height="50" relative="1" width="50" as="geometry">
-             <mxPoint x="-720" y="3880" as="sourcePoint" />
-             <mxPoint x="-1060" y="3880" as="targetPoint" />
+             <mxPoint x="-840" y="3870" as="sourcePoint" />
+             <mxPoint x="-1180" y="3870" as="targetPoint" />
          </mxGeometry>
        </mxCell>
        <mxCell id="kIgsmheDJQz7XmRfPmZH-115" edge="1" parent="1" style="endArrow=classic;html=1;rounded=0;entryX=1;entryY=0.5;entryDx=0;entryDy=0;entryPerimeter=0;" value="">
          <mxGeometry height="50" relative="1" width="50" as="geometry">
-             <mxPoint x="-720" y="3880" as="sourcePoint" />
-             <mxPoint x="-940" y="3960" as="targetPoint" />
+             <mxPoint x="-840" y="3870" as="sourcePoint" />
+             <mxPoint x="-1060" y="3950" as="targetPoint" />
          </mxGeometry>
        </mxCell>
        <mxCell id="kIgsmheDJQz7XmRfPmZH-116" parent="1" style="text;html=1;whiteSpace=wrap;strokeColor=none;fillColor=none;align=center;verticalAlign=middle;rounded=0;" value="Read (X)" vertex="1">
-           <mxGeometry height="30" width="90" x="-870" y="3810" as="geometry" />
+           <mxGeometry height="30" width="90" x="-990" y="3800" as="geometry" />
        </mxCell>
        <mxCell id="kIgsmheDJQz7XmRfPmZH-117" parent="1" style="text;html=1;whiteSpace=wrap;strokeColor=none;fillColor=none;align=center;verticalAlign=middle;rounded=0;" value="Read (X)" vertex="1">
-           <mxGeometry height="30" width="90" x="-890" y="3860" as="geometry" />
+           <mxGeometry height="30" width="90" x="-1010" y="3850" as="geometry" />
        </mxCell>
        <mxCell id="kIgsmheDJQz7XmRfPmZH-118" parent="1" style="text;html=1;whiteSpace=wrap;strokeColor=none;fillColor=none;align=center;verticalAlign=middle;rounded=0;" value="Read (X)" vertex="1">
-           <mxGeometry height="30" width="90" x="-865" y="3920" as="geometry" />
+           <mxGeometry height="30" width="90" x="-985" y="3910" as="geometry" />
        </mxCell>
        <mxCell id="kIgsmheDJQz7XmRfPmZH-119" parent="1" style="ellipse;whiteSpace=wrap;html=1;aspect=fixed;fillColor=none;dashed=1;strokeColor=light-dark(#ff8080, #d7817e);strokeWidth=2;" value="" vertex="1">
-           <mxGeometry height="130" width="130" x="-1155" y="3815" as="geometry" />
+           <mxGeometry height="130" width="130" x="-1275" y="3805" as="geometry" />
+         </mxCell>
+         <mxCell id="Io5r8TIleDU7Dubmd4Zl-1" parent="1" style="text;html=1;whiteSpace=wrap;strokeColor=none;fillColor=none;align=left;verticalAlign=middle;rounded=0;" value="&lt;div&gt;Quorum Consensus - Definitions&lt;/div&gt;&lt;div&gt;&lt;ul&gt;&lt;li&gt;R - Minimum number of nodes a reader needs to read from&lt;/li&gt;&lt;li&gt;W - Minimum number of nodes a writer needs to write to&amp;nbsp;&lt;/li&gt;&lt;li&gt;N - Number of nodes in the database cluster&lt;/li&gt;&lt;/ul&gt;&lt;div&gt;&lt;b&gt;R + W &amp;gt; N -&amp;nbsp;&lt;/b&gt;Guarantees Strict Consistency&lt;/div&gt;&lt;/div&gt;" vertex="1">
+           <mxGeometry height="110" width="600" x="-1560" y="3610" as="geometry" />
        </mxCell>
      </root>
    </mxGraphModel>
  </diagram>
</mxfile>
